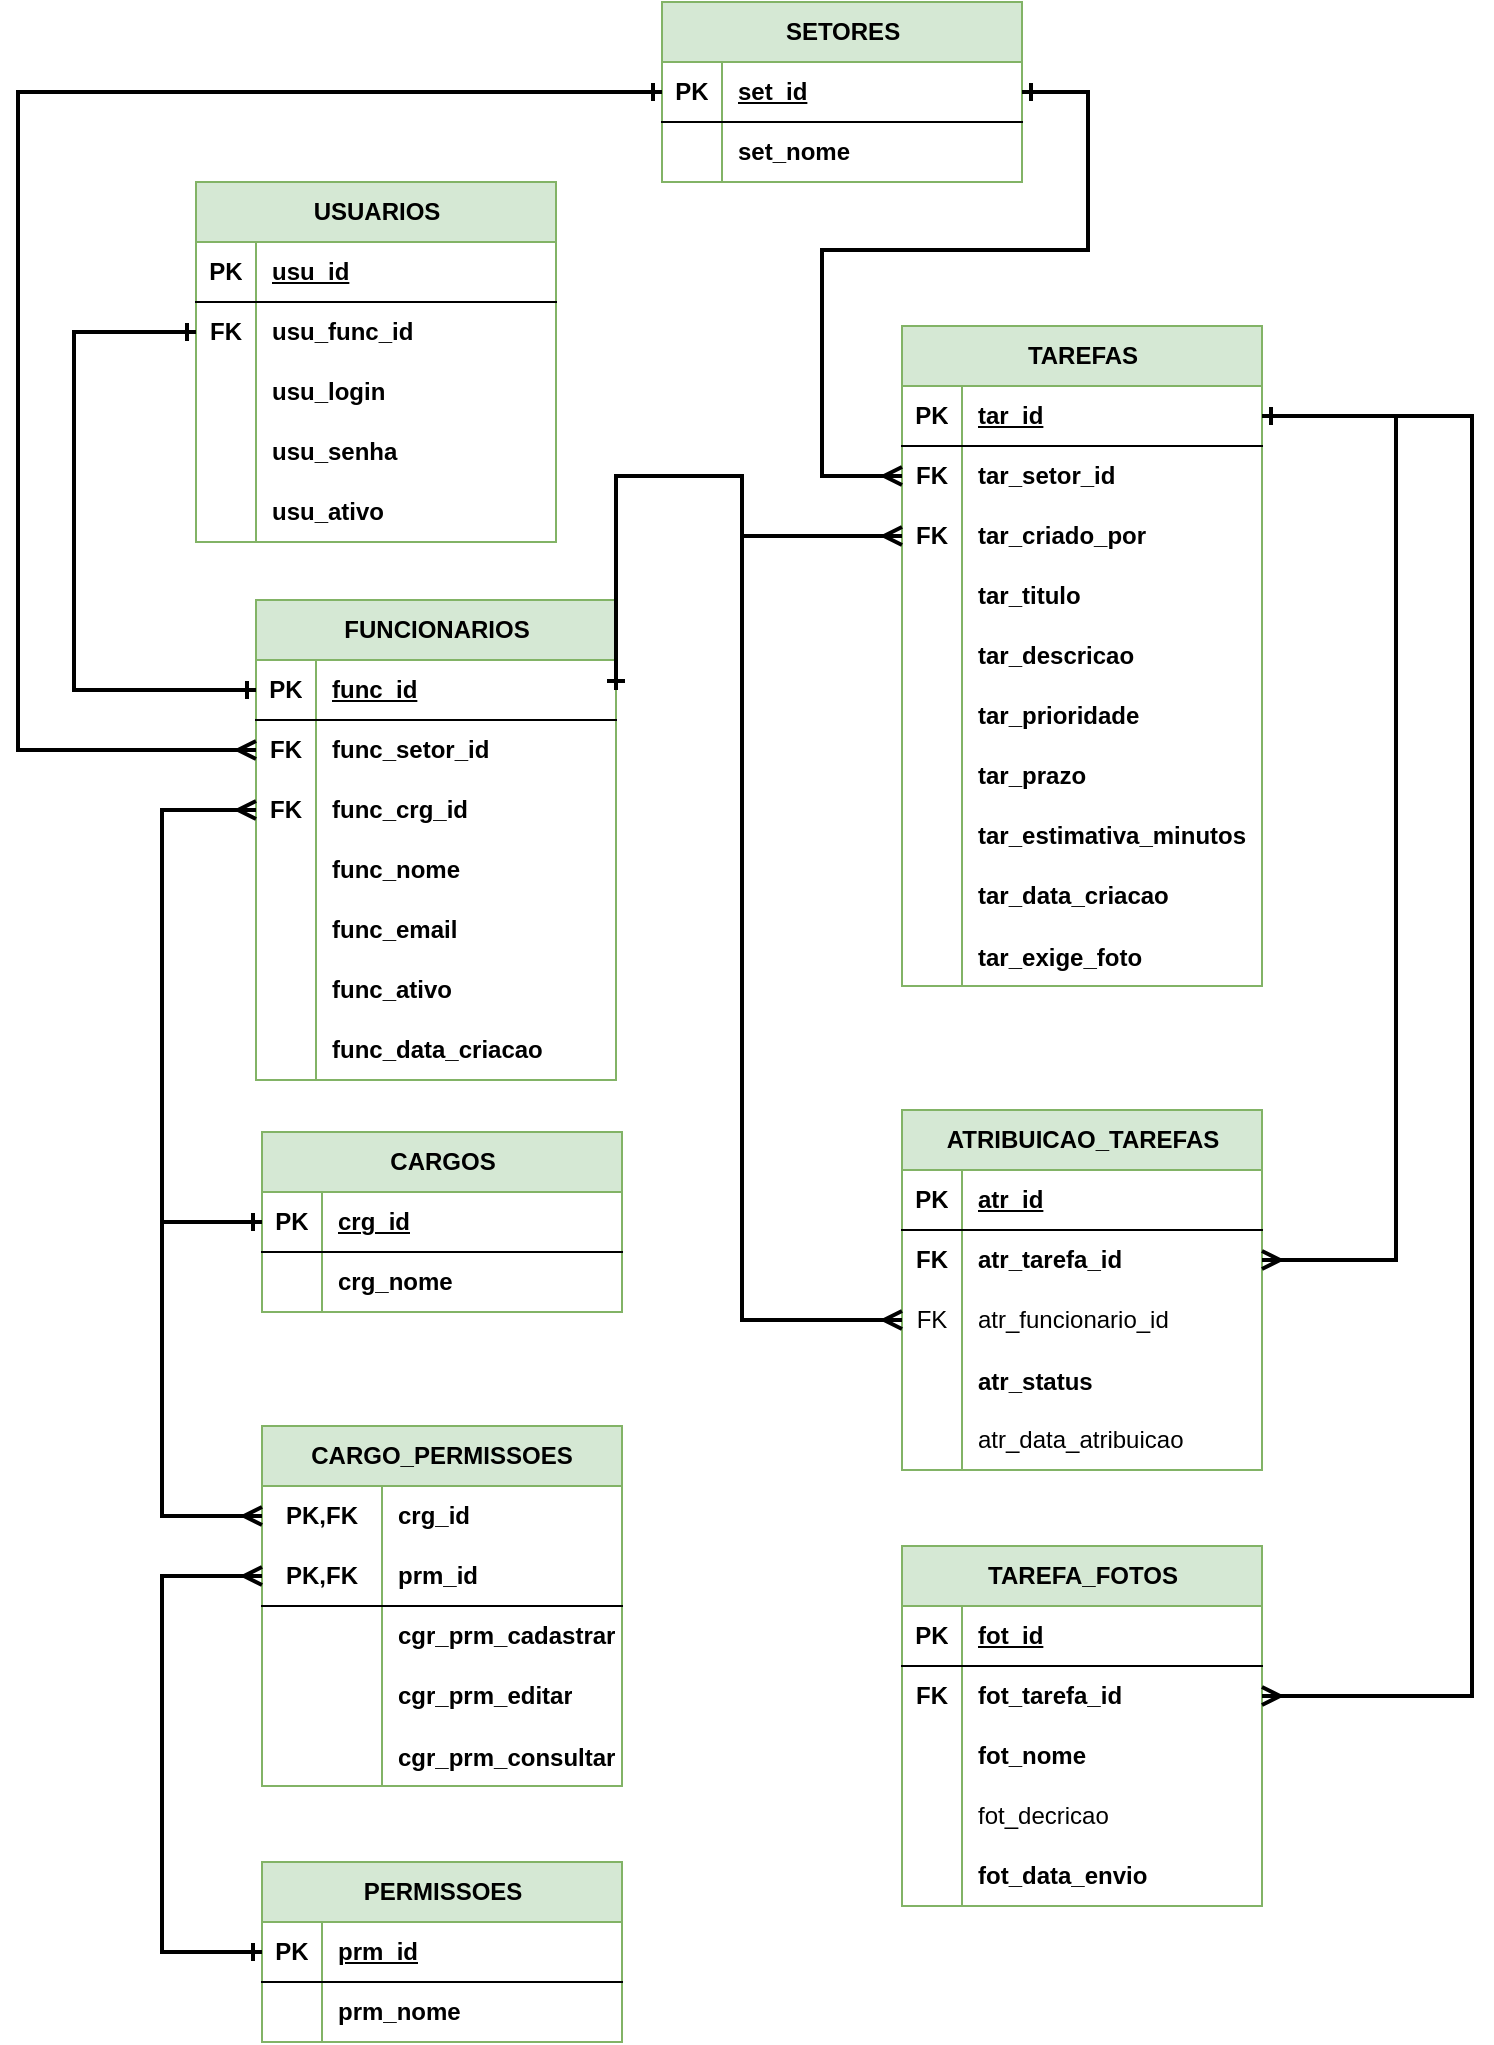
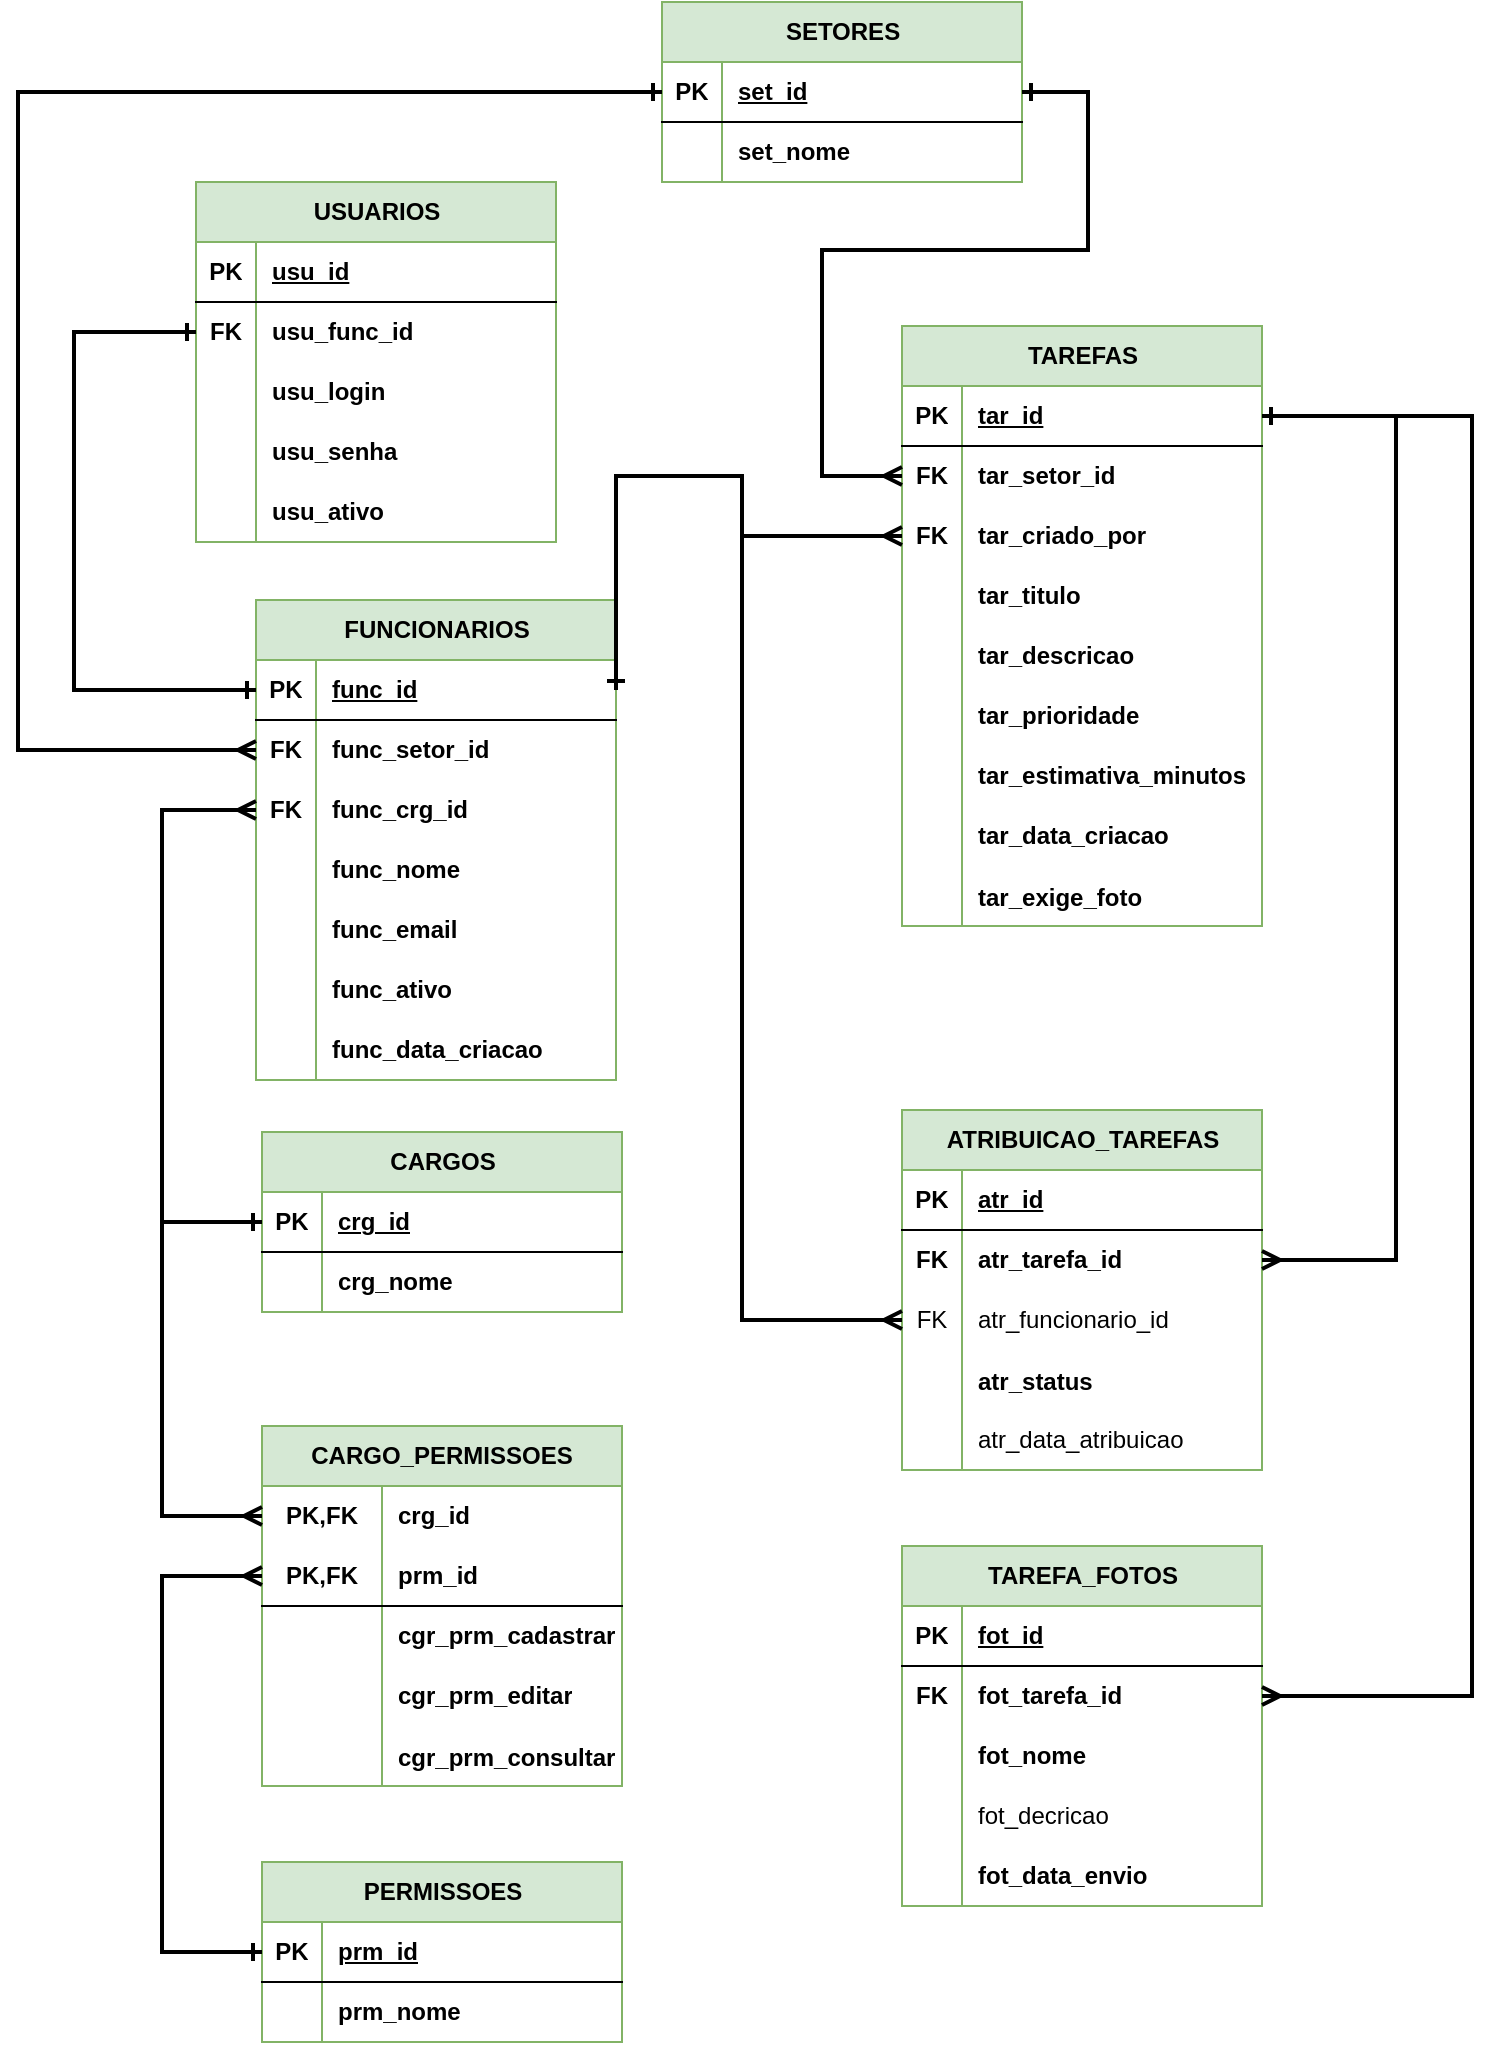
<mxfile host="app.diagrams.net" agent="Mozilla/5.0 (Windows NT 10.0; Win64; x64) AppleWebKit/537.36 (KHTML, like Gecko) Chrome/141.0.0.0 Safari/537.36">
  <diagram name="Page-1" id="tdLFEsNiTY2N0Qm3u20K">
-     <mxGraphModel dx="2020" dy="2161" grid="0" gridSize="10" guides="1" tooltips="1" connect="1" arrows="1" fold="1" page="1" pageScale="1" pageWidth="850" pageHeight="1100" math="0" shadow="0">
+     <mxGraphModel dx="1178" dy="1719" grid="0" gridSize="10" guides="1" tooltips="1" connect="1" arrows="1" fold="1" page="1" pageScale="1" pageWidth="850" pageHeight="1100" math="0" shadow="0">
      <root>
        <mxCell id="0" />
        <mxCell id="1" parent="0" />
        <mxCell id="zndUY75Ssu5RbvIsFqk3-79" parent="1" style="shape=table;startSize=30;container=1;collapsible=1;childLayout=tableLayout;fixedRows=1;rowLines=0;fontStyle=1;align=center;resizeLast=1;html=1;fillColor=#d5e8d4;strokeColor=#82b366;" value="FUNCIONARIOS" vertex="1">
          <mxGeometry height="240" width="180" x="132" y="-763" as="geometry" />
        </mxCell>
        <mxCell id="zndUY75Ssu5RbvIsFqk3-80" parent="zndUY75Ssu5RbvIsFqk3-79" style="shape=tableRow;horizontal=0;startSize=0;swimlaneHead=0;swimlaneBody=0;fillColor=none;collapsible=0;dropTarget=0;points=[[0,0.5],[1,0.5]];portConstraint=eastwest;top=0;left=0;right=0;bottom=1;" value="" vertex="1">
          <mxGeometry height="30" width="180" y="30" as="geometry" />
        </mxCell>
        <mxCell id="zndUY75Ssu5RbvIsFqk3-81" parent="zndUY75Ssu5RbvIsFqk3-80" style="shape=partialRectangle;connectable=0;fillColor=none;top=0;left=0;bottom=0;right=0;fontStyle=1;overflow=hidden;whiteSpace=wrap;html=1;" value="PK" vertex="1">
          <mxGeometry height="30" width="30" as="geometry">
            <mxRectangle height="30" width="30" as="alternateBounds" />
          </mxGeometry>
        </mxCell>
        <mxCell id="zndUY75Ssu5RbvIsFqk3-82" parent="zndUY75Ssu5RbvIsFqk3-80" style="shape=partialRectangle;connectable=0;fillColor=none;top=0;left=0;bottom=0;right=0;align=left;spacingLeft=6;fontStyle=5;overflow=hidden;whiteSpace=wrap;html=1;" value="func_id" vertex="1">
          <mxGeometry height="30" width="150" x="30" as="geometry">
            <mxRectangle height="30" width="150" as="alternateBounds" />
          </mxGeometry>
        </mxCell>
        <mxCell id="zndUY75Ssu5RbvIsFqk3-83" parent="zndUY75Ssu5RbvIsFqk3-79" style="shape=tableRow;horizontal=0;startSize=0;swimlaneHead=0;swimlaneBody=0;fillColor=none;collapsible=0;dropTarget=0;points=[[0,0.5],[1,0.5]];portConstraint=eastwest;top=0;left=0;right=0;bottom=0;" value="" vertex="1">
          <mxGeometry height="30" width="180" y="60" as="geometry" />
        </mxCell>
        <mxCell id="zndUY75Ssu5RbvIsFqk3-84" parent="zndUY75Ssu5RbvIsFqk3-83" style="shape=partialRectangle;connectable=0;fillColor=none;top=0;left=0;bottom=0;right=0;editable=1;overflow=hidden;whiteSpace=wrap;html=1;" value="&lt;b&gt;FK&lt;/b&gt;" vertex="1">
          <mxGeometry height="30" width="30" as="geometry">
            <mxRectangle height="30" width="30" as="alternateBounds" />
          </mxGeometry>
        </mxCell>
        <mxCell id="zndUY75Ssu5RbvIsFqk3-85" parent="zndUY75Ssu5RbvIsFqk3-83" style="shape=partialRectangle;connectable=0;fillColor=none;top=0;left=0;bottom=0;right=0;align=left;spacingLeft=6;overflow=hidden;whiteSpace=wrap;html=1;" value="&lt;b&gt;func_setor_id&lt;/b&gt;" vertex="1">
          <mxGeometry height="30" width="150" x="30" as="geometry">
            <mxRectangle height="30" width="150" as="alternateBounds" />
          </mxGeometry>
        </mxCell>
        <mxCell id="zndUY75Ssu5RbvIsFqk3-86" parent="zndUY75Ssu5RbvIsFqk3-79" style="shape=tableRow;horizontal=0;startSize=0;swimlaneHead=0;swimlaneBody=0;fillColor=none;collapsible=0;dropTarget=0;points=[[0,0.5],[1,0.5]];portConstraint=eastwest;top=0;left=0;right=0;bottom=0;" value="" vertex="1">
          <mxGeometry height="30" width="180" y="90" as="geometry" />
        </mxCell>
        <mxCell id="zndUY75Ssu5RbvIsFqk3-87" parent="zndUY75Ssu5RbvIsFqk3-86" style="shape=partialRectangle;connectable=0;fillColor=none;top=0;left=0;bottom=0;right=0;editable=1;overflow=hidden;whiteSpace=wrap;html=1;" value="&lt;b&gt;FK&lt;/b&gt;" vertex="1">
          <mxGeometry height="30" width="30" as="geometry">
            <mxRectangle height="30" width="30" as="alternateBounds" />
          </mxGeometry>
        </mxCell>
        <mxCell id="zndUY75Ssu5RbvIsFqk3-88" parent="zndUY75Ssu5RbvIsFqk3-86" style="shape=partialRectangle;connectable=0;fillColor=none;top=0;left=0;bottom=0;right=0;align=left;spacingLeft=6;overflow=hidden;whiteSpace=wrap;html=1;" value="&lt;b&gt;func_crg_id&lt;/b&gt;" vertex="1">
          <mxGeometry height="30" width="150" x="30" as="geometry">
            <mxRectangle height="30" width="150" as="alternateBounds" />
          </mxGeometry>
        </mxCell>
        <mxCell id="zndUY75Ssu5RbvIsFqk3-89" parent="zndUY75Ssu5RbvIsFqk3-79" style="shape=tableRow;horizontal=0;startSize=0;swimlaneHead=0;swimlaneBody=0;fillColor=none;collapsible=0;dropTarget=0;points=[[0,0.5],[1,0.5]];portConstraint=eastwest;top=0;left=0;right=0;bottom=0;" value="" vertex="1">
          <mxGeometry height="30" width="180" y="120" as="geometry" />
        </mxCell>
        <mxCell id="zndUY75Ssu5RbvIsFqk3-90" parent="zndUY75Ssu5RbvIsFqk3-89" style="shape=partialRectangle;connectable=0;fillColor=none;top=0;left=0;bottom=0;right=0;editable=1;overflow=hidden;whiteSpace=wrap;html=1;" value="" vertex="1">
          <mxGeometry height="30" width="30" as="geometry">
            <mxRectangle height="30" width="30" as="alternateBounds" />
          </mxGeometry>
        </mxCell>
        <mxCell id="zndUY75Ssu5RbvIsFqk3-91" parent="zndUY75Ssu5RbvIsFqk3-89" style="shape=partialRectangle;connectable=0;fillColor=none;top=0;left=0;bottom=0;right=0;align=left;spacingLeft=6;overflow=hidden;whiteSpace=wrap;html=1;" value="&lt;b&gt;func_nome&lt;/b&gt;" vertex="1">
          <mxGeometry height="30" width="150" x="30" as="geometry">
            <mxRectangle height="30" width="150" as="alternateBounds" />
          </mxGeometry>
        </mxCell>
        <mxCell id="zndUY75Ssu5RbvIsFqk3-101" parent="zndUY75Ssu5RbvIsFqk3-79" style="shape=tableRow;horizontal=0;startSize=0;swimlaneHead=0;swimlaneBody=0;fillColor=none;collapsible=0;dropTarget=0;points=[[0,0.5],[1,0.5]];portConstraint=eastwest;top=0;left=0;right=0;bottom=0;" vertex="1">
          <mxGeometry height="30" width="180" y="150" as="geometry" />
        </mxCell>
        <mxCell id="zndUY75Ssu5RbvIsFqk3-102" parent="zndUY75Ssu5RbvIsFqk3-101" style="shape=partialRectangle;connectable=0;fillColor=none;top=0;left=0;bottom=0;right=0;editable=1;overflow=hidden;whiteSpace=wrap;html=1;" vertex="1">
          <mxGeometry height="30" width="30" as="geometry">
            <mxRectangle height="30" width="30" as="alternateBounds" />
          </mxGeometry>
        </mxCell>
        <mxCell id="zndUY75Ssu5RbvIsFqk3-103" parent="zndUY75Ssu5RbvIsFqk3-101" style="shape=partialRectangle;connectable=0;fillColor=none;top=0;left=0;bottom=0;right=0;align=left;spacingLeft=6;overflow=hidden;whiteSpace=wrap;html=1;" value="&lt;b&gt;func_email&lt;/b&gt;" vertex="1">
          <mxGeometry height="30" width="150" x="30" as="geometry">
            <mxRectangle height="30" width="150" as="alternateBounds" />
          </mxGeometry>
        </mxCell>
        <mxCell id="zndUY75Ssu5RbvIsFqk3-110" parent="zndUY75Ssu5RbvIsFqk3-79" style="shape=tableRow;horizontal=0;startSize=0;swimlaneHead=0;swimlaneBody=0;fillColor=none;collapsible=0;dropTarget=0;points=[[0,0.5],[1,0.5]];portConstraint=eastwest;top=0;left=0;right=0;bottom=0;" vertex="1">
          <mxGeometry height="30" width="180" y="180" as="geometry" />
        </mxCell>
        <mxCell id="zndUY75Ssu5RbvIsFqk3-111" parent="zndUY75Ssu5RbvIsFqk3-110" style="shape=partialRectangle;connectable=0;fillColor=none;top=0;left=0;bottom=0;right=0;editable=1;overflow=hidden;whiteSpace=wrap;html=1;" vertex="1">
          <mxGeometry height="30" width="30" as="geometry">
            <mxRectangle height="30" width="30" as="alternateBounds" />
          </mxGeometry>
        </mxCell>
        <mxCell id="zndUY75Ssu5RbvIsFqk3-112" parent="zndUY75Ssu5RbvIsFqk3-110" style="shape=partialRectangle;connectable=0;fillColor=none;top=0;left=0;bottom=0;right=0;align=left;spacingLeft=6;overflow=hidden;whiteSpace=wrap;html=1;" value="&lt;b&gt;func_ativo&lt;/b&gt;" vertex="1">
          <mxGeometry height="30" width="150" x="30" as="geometry">
            <mxRectangle height="30" width="150" as="alternateBounds" />
          </mxGeometry>
        </mxCell>
        <mxCell id="zndUY75Ssu5RbvIsFqk3-113" parent="zndUY75Ssu5RbvIsFqk3-79" style="shape=tableRow;horizontal=0;startSize=0;swimlaneHead=0;swimlaneBody=0;fillColor=none;collapsible=0;dropTarget=0;points=[[0,0.5],[1,0.5]];portConstraint=eastwest;top=0;left=0;right=0;bottom=0;" vertex="1">
          <mxGeometry height="30" width="180" y="210" as="geometry" />
        </mxCell>
        <mxCell id="zndUY75Ssu5RbvIsFqk3-114" parent="zndUY75Ssu5RbvIsFqk3-113" style="shape=partialRectangle;connectable=0;fillColor=none;top=0;left=0;bottom=0;right=0;editable=1;overflow=hidden;whiteSpace=wrap;html=1;" vertex="1">
          <mxGeometry height="30" width="30" as="geometry">
            <mxRectangle height="30" width="30" as="alternateBounds" />
          </mxGeometry>
        </mxCell>
        <mxCell id="zndUY75Ssu5RbvIsFqk3-115" parent="zndUY75Ssu5RbvIsFqk3-113" style="shape=partialRectangle;connectable=0;fillColor=none;top=0;left=0;bottom=0;right=0;align=left;spacingLeft=6;overflow=hidden;whiteSpace=wrap;html=1;" value="&lt;b&gt;func_data_criacao&lt;/b&gt;" vertex="1">
          <mxGeometry height="30" width="150" x="30" as="geometry">
            <mxRectangle height="30" width="150" as="alternateBounds" />
          </mxGeometry>
        </mxCell>
        <mxCell id="zndUY75Ssu5RbvIsFqk3-116" parent="1" style="shape=table;startSize=30;container=1;collapsible=1;childLayout=tableLayout;fixedRows=1;rowLines=0;fontStyle=1;align=center;resizeLast=1;html=1;fillColor=#d5e8d4;strokeColor=#82b366;" value="CARGOS" vertex="1">
          <mxGeometry height="90" width="180" x="135" y="-497" as="geometry" />
        </mxCell>
        <mxCell id="zndUY75Ssu5RbvIsFqk3-117" parent="zndUY75Ssu5RbvIsFqk3-116" style="shape=tableRow;horizontal=0;startSize=0;swimlaneHead=0;swimlaneBody=0;fillColor=none;collapsible=0;dropTarget=0;points=[[0,0.5],[1,0.5]];portConstraint=eastwest;top=0;left=0;right=0;bottom=1;" value="" vertex="1">
          <mxGeometry height="30" width="180" y="30" as="geometry" />
        </mxCell>
        <mxCell id="zndUY75Ssu5RbvIsFqk3-118" parent="zndUY75Ssu5RbvIsFqk3-117" style="shape=partialRectangle;connectable=0;fillColor=none;top=0;left=0;bottom=0;right=0;fontStyle=1;overflow=hidden;whiteSpace=wrap;html=1;" value="PK" vertex="1">
          <mxGeometry height="30" width="30" as="geometry">
            <mxRectangle height="30" width="30" as="alternateBounds" />
          </mxGeometry>
        </mxCell>
        <mxCell id="zndUY75Ssu5RbvIsFqk3-119" parent="zndUY75Ssu5RbvIsFqk3-117" style="shape=partialRectangle;connectable=0;fillColor=none;top=0;left=0;bottom=0;right=0;align=left;spacingLeft=6;fontStyle=5;overflow=hidden;whiteSpace=wrap;html=1;" value="crg_id" vertex="1">
          <mxGeometry height="30" width="150" x="30" as="geometry">
            <mxRectangle height="30" width="150" as="alternateBounds" />
          </mxGeometry>
        </mxCell>
        <mxCell id="zndUY75Ssu5RbvIsFqk3-120" parent="zndUY75Ssu5RbvIsFqk3-116" style="shape=tableRow;horizontal=0;startSize=0;swimlaneHead=0;swimlaneBody=0;fillColor=none;collapsible=0;dropTarget=0;points=[[0,0.5],[1,0.5]];portConstraint=eastwest;top=0;left=0;right=0;bottom=0;" value="" vertex="1">
          <mxGeometry height="30" width="180" y="60" as="geometry" />
        </mxCell>
        <mxCell id="zndUY75Ssu5RbvIsFqk3-121" parent="zndUY75Ssu5RbvIsFqk3-120" style="shape=partialRectangle;connectable=0;fillColor=none;top=0;left=0;bottom=0;right=0;editable=1;overflow=hidden;whiteSpace=wrap;html=1;" value="" vertex="1">
          <mxGeometry height="30" width="30" as="geometry">
            <mxRectangle height="30" width="30" as="alternateBounds" />
          </mxGeometry>
        </mxCell>
        <mxCell id="zndUY75Ssu5RbvIsFqk3-122" parent="zndUY75Ssu5RbvIsFqk3-120" style="shape=partialRectangle;connectable=0;fillColor=none;top=0;left=0;bottom=0;right=0;align=left;spacingLeft=6;overflow=hidden;whiteSpace=wrap;html=1;" value="&lt;span style=&quot;font-weight: 700;&quot;&gt;crg_nome&lt;/span&gt;" vertex="1">
          <mxGeometry height="30" width="150" x="30" as="geometry">
            <mxRectangle height="30" width="150" as="alternateBounds" />
          </mxGeometry>
        </mxCell>
        <mxCell id="zndUY75Ssu5RbvIsFqk3-129" parent="1" style="shape=table;startSize=30;container=1;collapsible=1;childLayout=tableLayout;fixedRows=1;rowLines=0;fontStyle=1;align=center;resizeLast=1;html=1;fillColor=#d5e8d4;strokeColor=#82b366;" value="SETORES" vertex="1">
          <mxGeometry height="90" width="180" x="335" y="-1062" as="geometry" />
        </mxCell>
        <mxCell id="zndUY75Ssu5RbvIsFqk3-130" parent="zndUY75Ssu5RbvIsFqk3-129" style="shape=tableRow;horizontal=0;startSize=0;swimlaneHead=0;swimlaneBody=0;fillColor=none;collapsible=0;dropTarget=0;points=[[0,0.5],[1,0.5]];portConstraint=eastwest;top=0;left=0;right=0;bottom=1;" value="" vertex="1">
          <mxGeometry height="30" width="180" y="30" as="geometry" />
        </mxCell>
        <mxCell id="zndUY75Ssu5RbvIsFqk3-131" parent="zndUY75Ssu5RbvIsFqk3-130" style="shape=partialRectangle;connectable=0;fillColor=none;top=0;left=0;bottom=0;right=0;fontStyle=1;overflow=hidden;whiteSpace=wrap;html=1;" value="PK" vertex="1">
          <mxGeometry height="30" width="30" as="geometry">
            <mxRectangle height="30" width="30" as="alternateBounds" />
          </mxGeometry>
        </mxCell>
        <mxCell id="zndUY75Ssu5RbvIsFqk3-132" parent="zndUY75Ssu5RbvIsFqk3-130" style="shape=partialRectangle;connectable=0;fillColor=none;top=0;left=0;bottom=0;right=0;align=left;spacingLeft=6;fontStyle=5;overflow=hidden;whiteSpace=wrap;html=1;" value="set_id" vertex="1">
          <mxGeometry height="30" width="150" x="30" as="geometry">
            <mxRectangle height="30" width="150" as="alternateBounds" />
          </mxGeometry>
        </mxCell>
        <mxCell id="zndUY75Ssu5RbvIsFqk3-133" parent="zndUY75Ssu5RbvIsFqk3-129" style="shape=tableRow;horizontal=0;startSize=0;swimlaneHead=0;swimlaneBody=0;fillColor=none;collapsible=0;dropTarget=0;points=[[0,0.5],[1,0.5]];portConstraint=eastwest;top=0;left=0;right=0;bottom=0;" value="" vertex="1">
          <mxGeometry height="30" width="180" y="60" as="geometry" />
        </mxCell>
        <mxCell id="zndUY75Ssu5RbvIsFqk3-134" parent="zndUY75Ssu5RbvIsFqk3-133" style="shape=partialRectangle;connectable=0;fillColor=none;top=0;left=0;bottom=0;right=0;editable=1;overflow=hidden;whiteSpace=wrap;html=1;" value="" vertex="1">
          <mxGeometry height="30" width="30" as="geometry">
            <mxRectangle height="30" width="30" as="alternateBounds" />
          </mxGeometry>
        </mxCell>
        <mxCell id="zndUY75Ssu5RbvIsFqk3-135" parent="zndUY75Ssu5RbvIsFqk3-133" style="shape=partialRectangle;connectable=0;fillColor=none;top=0;left=0;bottom=0;right=0;align=left;spacingLeft=6;overflow=hidden;whiteSpace=wrap;html=1;" value="&lt;span style=&quot;font-weight: 700;&quot;&gt;set_nome&lt;/span&gt;" vertex="1">
          <mxGeometry height="30" width="150" x="30" as="geometry">
            <mxRectangle height="30" width="150" as="alternateBounds" />
          </mxGeometry>
        </mxCell>
        <mxCell id="zndUY75Ssu5RbvIsFqk3-142" parent="1" style="shape=table;startSize=30;container=1;collapsible=1;childLayout=tableLayout;fixedRows=1;rowLines=0;fontStyle=1;align=center;resizeLast=1;html=1;fillColor=#d5e8d4;strokeColor=#82b366;" value="TAREFAS" vertex="1">
-           <mxGeometry height="330" width="180" x="455" y="-900" as="geometry" />
+           <mxGeometry height="300" width="180" x="455" y="-900" as="geometry" />
        </mxCell>
        <mxCell id="zndUY75Ssu5RbvIsFqk3-143" parent="zndUY75Ssu5RbvIsFqk3-142" style="shape=tableRow;horizontal=0;startSize=0;swimlaneHead=0;swimlaneBody=0;fillColor=none;collapsible=0;dropTarget=0;points=[[0,0.5],[1,0.5]];portConstraint=eastwest;top=0;left=0;right=0;bottom=1;" value="" vertex="1">
          <mxGeometry height="30" width="180" y="30" as="geometry" />
        </mxCell>
        <mxCell id="zndUY75Ssu5RbvIsFqk3-144" parent="zndUY75Ssu5RbvIsFqk3-143" style="shape=partialRectangle;connectable=0;fillColor=none;top=0;left=0;bottom=0;right=0;fontStyle=1;overflow=hidden;whiteSpace=wrap;html=1;" value="PK" vertex="1">
          <mxGeometry height="30" width="30" as="geometry">
            <mxRectangle height="30" width="30" as="alternateBounds" />
          </mxGeometry>
        </mxCell>
        <mxCell id="zndUY75Ssu5RbvIsFqk3-145" parent="zndUY75Ssu5RbvIsFqk3-143" style="shape=partialRectangle;connectable=0;fillColor=none;top=0;left=0;bottom=0;right=0;align=left;spacingLeft=6;fontStyle=5;overflow=hidden;whiteSpace=wrap;html=1;" value="tar_id" vertex="1">
          <mxGeometry height="30" width="150" x="30" as="geometry">
            <mxRectangle height="30" width="150" as="alternateBounds" />
          </mxGeometry>
        </mxCell>
        <mxCell id="zndUY75Ssu5RbvIsFqk3-146" parent="zndUY75Ssu5RbvIsFqk3-142" style="shape=tableRow;horizontal=0;startSize=0;swimlaneHead=0;swimlaneBody=0;fillColor=none;collapsible=0;dropTarget=0;points=[[0,0.5],[1,0.5]];portConstraint=eastwest;top=0;left=0;right=0;bottom=0;" value="" vertex="1">
          <mxGeometry height="30" width="180" y="60" as="geometry" />
        </mxCell>
        <mxCell id="zndUY75Ssu5RbvIsFqk3-147" parent="zndUY75Ssu5RbvIsFqk3-146" style="shape=partialRectangle;connectable=0;fillColor=none;top=0;left=0;bottom=0;right=0;editable=1;overflow=hidden;whiteSpace=wrap;html=1;" value="&lt;b&gt;FK&lt;/b&gt;" vertex="1">
          <mxGeometry height="30" width="30" as="geometry">
            <mxRectangle height="30" width="30" as="alternateBounds" />
          </mxGeometry>
        </mxCell>
        <mxCell id="zndUY75Ssu5RbvIsFqk3-148" parent="zndUY75Ssu5RbvIsFqk3-146" style="shape=partialRectangle;connectable=0;fillColor=none;top=0;left=0;bottom=0;right=0;align=left;spacingLeft=6;overflow=hidden;whiteSpace=wrap;html=1;" value="&lt;b&gt;tar_setor_id&lt;/b&gt;" vertex="1">
          <mxGeometry height="30" width="150" x="30" as="geometry">
            <mxRectangle height="30" width="150" as="alternateBounds" />
          </mxGeometry>
        </mxCell>
        <mxCell id="zndUY75Ssu5RbvIsFqk3-149" parent="zndUY75Ssu5RbvIsFqk3-142" style="shape=tableRow;horizontal=0;startSize=0;swimlaneHead=0;swimlaneBody=0;fillColor=none;collapsible=0;dropTarget=0;points=[[0,0.5],[1,0.5]];portConstraint=eastwest;top=0;left=0;right=0;bottom=0;" value="" vertex="1">
          <mxGeometry height="30" width="180" y="90" as="geometry" />
        </mxCell>
        <mxCell id="zndUY75Ssu5RbvIsFqk3-150" parent="zndUY75Ssu5RbvIsFqk3-149" style="shape=partialRectangle;connectable=0;fillColor=none;top=0;left=0;bottom=0;right=0;editable=1;overflow=hidden;whiteSpace=wrap;html=1;" value="&lt;b&gt;FK&lt;/b&gt;" vertex="1">
          <mxGeometry height="30" width="30" as="geometry">
            <mxRectangle height="30" width="30" as="alternateBounds" />
          </mxGeometry>
        </mxCell>
        <mxCell id="zndUY75Ssu5RbvIsFqk3-151" parent="zndUY75Ssu5RbvIsFqk3-149" style="shape=partialRectangle;connectable=0;fillColor=none;top=0;left=0;bottom=0;right=0;align=left;spacingLeft=6;overflow=hidden;whiteSpace=wrap;html=1;" value="&lt;b&gt;tar_criado_por&lt;/b&gt;" vertex="1">
          <mxGeometry height="30" width="150" x="30" as="geometry">
            <mxRectangle height="30" width="150" as="alternateBounds" />
          </mxGeometry>
        </mxCell>
        <mxCell id="zndUY75Ssu5RbvIsFqk3-152" parent="zndUY75Ssu5RbvIsFqk3-142" style="shape=tableRow;horizontal=0;startSize=0;swimlaneHead=0;swimlaneBody=0;fillColor=none;collapsible=0;dropTarget=0;points=[[0,0.5],[1,0.5]];portConstraint=eastwest;top=0;left=0;right=0;bottom=0;" value="" vertex="1">
          <mxGeometry height="30" width="180" y="120" as="geometry" />
        </mxCell>
        <mxCell id="zndUY75Ssu5RbvIsFqk3-153" parent="zndUY75Ssu5RbvIsFqk3-152" style="shape=partialRectangle;connectable=0;fillColor=none;top=0;left=0;bottom=0;right=0;editable=1;overflow=hidden;whiteSpace=wrap;html=1;" value="" vertex="1">
          <mxGeometry height="30" width="30" as="geometry">
            <mxRectangle height="30" width="30" as="alternateBounds" />
          </mxGeometry>
        </mxCell>
        <mxCell id="zndUY75Ssu5RbvIsFqk3-154" parent="zndUY75Ssu5RbvIsFqk3-152" style="shape=partialRectangle;connectable=0;fillColor=none;top=0;left=0;bottom=0;right=0;align=left;spacingLeft=6;overflow=hidden;whiteSpace=wrap;html=1;" value="&lt;b&gt;tar_titulo&lt;/b&gt;" vertex="1">
          <mxGeometry height="30" width="150" x="30" as="geometry">
            <mxRectangle height="30" width="150" as="alternateBounds" />
          </mxGeometry>
        </mxCell>
        <mxCell id="zndUY75Ssu5RbvIsFqk3-155" parent="zndUY75Ssu5RbvIsFqk3-142" style="shape=tableRow;horizontal=0;startSize=0;swimlaneHead=0;swimlaneBody=0;fillColor=none;collapsible=0;dropTarget=0;points=[[0,0.5],[1,0.5]];portConstraint=eastwest;top=0;left=0;right=0;bottom=0;" vertex="1">
          <mxGeometry height="30" width="180" y="150" as="geometry" />
        </mxCell>
        <mxCell id="zndUY75Ssu5RbvIsFqk3-156" parent="zndUY75Ssu5RbvIsFqk3-155" style="shape=partialRectangle;connectable=0;fillColor=none;top=0;left=0;bottom=0;right=0;editable=1;overflow=hidden;whiteSpace=wrap;html=1;" vertex="1">
          <mxGeometry height="30" width="30" as="geometry">
            <mxRectangle height="30" width="30" as="alternateBounds" />
          </mxGeometry>
        </mxCell>
        <mxCell id="zndUY75Ssu5RbvIsFqk3-157" parent="zndUY75Ssu5RbvIsFqk3-155" style="shape=partialRectangle;connectable=0;fillColor=none;top=0;left=0;bottom=0;right=0;align=left;spacingLeft=6;overflow=hidden;whiteSpace=wrap;html=1;" value="&lt;b&gt;tar_descricao&lt;/b&gt;" vertex="1">
          <mxGeometry height="30" width="150" x="30" as="geometry">
            <mxRectangle height="30" width="150" as="alternateBounds" />
          </mxGeometry>
        </mxCell>
        <mxCell id="zndUY75Ssu5RbvIsFqk3-158" parent="zndUY75Ssu5RbvIsFqk3-142" style="shape=tableRow;horizontal=0;startSize=0;swimlaneHead=0;swimlaneBody=0;fillColor=none;collapsible=0;dropTarget=0;points=[[0,0.5],[1,0.5]];portConstraint=eastwest;top=0;left=0;right=0;bottom=0;" vertex="1">
          <mxGeometry height="30" width="180" y="180" as="geometry" />
        </mxCell>
        <mxCell id="zndUY75Ssu5RbvIsFqk3-159" parent="zndUY75Ssu5RbvIsFqk3-158" style="shape=partialRectangle;connectable=0;fillColor=none;top=0;left=0;bottom=0;right=0;editable=1;overflow=hidden;whiteSpace=wrap;html=1;" vertex="1">
          <mxGeometry height="30" width="30" as="geometry">
            <mxRectangle height="30" width="30" as="alternateBounds" />
          </mxGeometry>
        </mxCell>
        <mxCell id="zndUY75Ssu5RbvIsFqk3-160" parent="zndUY75Ssu5RbvIsFqk3-158" style="shape=partialRectangle;connectable=0;fillColor=none;top=0;left=0;bottom=0;right=0;align=left;spacingLeft=6;overflow=hidden;whiteSpace=wrap;html=1;" value="&lt;b&gt;tar_prioridade&lt;/b&gt;" vertex="1">
          <mxGeometry height="30" width="150" x="30" as="geometry">
            <mxRectangle height="30" width="150" as="alternateBounds" />
          </mxGeometry>
        </mxCell>
-         <mxCell id="zndUY75Ssu5RbvIsFqk3-161" parent="zndUY75Ssu5RbvIsFqk3-142" style="shape=tableRow;horizontal=0;startSize=0;swimlaneHead=0;swimlaneBody=0;fillColor=none;collapsible=0;dropTarget=0;points=[[0,0.5],[1,0.5]];portConstraint=eastwest;top=0;left=0;right=0;bottom=0;" vertex="1">
+         <mxCell id="zndUY75Ssu5RbvIsFqk3-167" parent="zndUY75Ssu5RbvIsFqk3-142" style="shape=tableRow;horizontal=0;startSize=0;swimlaneHead=0;swimlaneBody=0;fillColor=none;collapsible=0;dropTarget=0;points=[[0,0.5],[1,0.5]];portConstraint=eastwest;top=0;left=0;right=0;bottom=0;" vertex="1">
          <mxGeometry height="30" width="180" y="210" as="geometry" />
        </mxCell>
-         <mxCell id="zndUY75Ssu5RbvIsFqk3-162" parent="zndUY75Ssu5RbvIsFqk3-161" style="shape=partialRectangle;connectable=0;fillColor=none;top=0;left=0;bottom=0;right=0;editable=1;overflow=hidden;whiteSpace=wrap;html=1;" vertex="1">
-           <mxGeometry height="30" width="30" as="geometry">
-             <mxRectangle height="30" width="30" as="alternateBounds" />
-           </mxGeometry>
-         </mxCell>
-         <mxCell id="zndUY75Ssu5RbvIsFqk3-163" parent="zndUY75Ssu5RbvIsFqk3-161" style="shape=partialRectangle;connectable=0;fillColor=none;top=0;left=0;bottom=0;right=0;align=left;spacingLeft=6;overflow=hidden;whiteSpace=wrap;html=1;" value="&lt;b&gt;tar_prazo&lt;/b&gt;" vertex="1">
-           <mxGeometry height="30" width="150" x="30" as="geometry">
-             <mxRectangle height="30" width="150" as="alternateBounds" />
-           </mxGeometry>
-         </mxCell>
-         <mxCell id="zndUY75Ssu5RbvIsFqk3-167" parent="zndUY75Ssu5RbvIsFqk3-142" style="shape=tableRow;horizontal=0;startSize=0;swimlaneHead=0;swimlaneBody=0;fillColor=none;collapsible=0;dropTarget=0;points=[[0,0.5],[1,0.5]];portConstraint=eastwest;top=0;left=0;right=0;bottom=0;" vertex="1">
+         <mxCell id="zndUY75Ssu5RbvIsFqk3-168" parent="zndUY75Ssu5RbvIsFqk3-167" style="shape=partialRectangle;connectable=0;fillColor=none;top=0;left=0;bottom=0;right=0;editable=1;overflow=hidden;whiteSpace=wrap;html=1;" vertex="1">
+           <mxGeometry height="30" width="30" as="geometry">
+             <mxRectangle height="30" width="30" as="alternateBounds" />
+           </mxGeometry>
+         </mxCell>
+         <mxCell id="zndUY75Ssu5RbvIsFqk3-169" parent="zndUY75Ssu5RbvIsFqk3-167" style="shape=partialRectangle;connectable=0;fillColor=none;top=0;left=0;bottom=0;right=0;align=left;spacingLeft=6;overflow=hidden;whiteSpace=wrap;html=1;" value="&lt;b&gt;tar_estimativa_minutos&lt;/b&gt;" vertex="1">
+           <mxGeometry height="30" width="150" x="30" as="geometry">
+             <mxRectangle height="30" width="150" as="alternateBounds" />
+           </mxGeometry>
+         </mxCell>
+         <mxCell id="zndUY75Ssu5RbvIsFqk3-170" parent="zndUY75Ssu5RbvIsFqk3-142" style="shape=tableRow;horizontal=0;startSize=0;swimlaneHead=0;swimlaneBody=0;fillColor=none;collapsible=0;dropTarget=0;points=[[0,0.5],[1,0.5]];portConstraint=eastwest;top=0;left=0;right=0;bottom=0;" vertex="1">
          <mxGeometry height="30" width="180" y="240" as="geometry" />
        </mxCell>
-         <mxCell id="zndUY75Ssu5RbvIsFqk3-168" parent="zndUY75Ssu5RbvIsFqk3-167" style="shape=partialRectangle;connectable=0;fillColor=none;top=0;left=0;bottom=0;right=0;editable=1;overflow=hidden;whiteSpace=wrap;html=1;" vertex="1">
-           <mxGeometry height="30" width="30" as="geometry">
-             <mxRectangle height="30" width="30" as="alternateBounds" />
-           </mxGeometry>
-         </mxCell>
-         <mxCell id="zndUY75Ssu5RbvIsFqk3-169" parent="zndUY75Ssu5RbvIsFqk3-167" style="shape=partialRectangle;connectable=0;fillColor=none;top=0;left=0;bottom=0;right=0;align=left;spacingLeft=6;overflow=hidden;whiteSpace=wrap;html=1;" value="&lt;b&gt;tar_estimativa_minutos&lt;/b&gt;" vertex="1">
-           <mxGeometry height="30" width="150" x="30" as="geometry">
-             <mxRectangle height="30" width="150" as="alternateBounds" />
-           </mxGeometry>
-         </mxCell>
-         <mxCell id="zndUY75Ssu5RbvIsFqk3-170" parent="zndUY75Ssu5RbvIsFqk3-142" style="shape=tableRow;horizontal=0;startSize=0;swimlaneHead=0;swimlaneBody=0;fillColor=none;collapsible=0;dropTarget=0;points=[[0,0.5],[1,0.5]];portConstraint=eastwest;top=0;left=0;right=0;bottom=0;" vertex="1">
+         <mxCell id="zndUY75Ssu5RbvIsFqk3-171" parent="zndUY75Ssu5RbvIsFqk3-170" style="shape=partialRectangle;connectable=0;fillColor=none;top=0;left=0;bottom=0;right=0;editable=1;overflow=hidden;whiteSpace=wrap;html=1;" vertex="1">
+           <mxGeometry height="30" width="30" as="geometry">
+             <mxRectangle height="30" width="30" as="alternateBounds" />
+           </mxGeometry>
+         </mxCell>
+         <mxCell id="zndUY75Ssu5RbvIsFqk3-172" parent="zndUY75Ssu5RbvIsFqk3-170" style="shape=partialRectangle;connectable=0;fillColor=none;top=0;left=0;bottom=0;right=0;align=left;spacingLeft=6;overflow=hidden;whiteSpace=wrap;html=1;" value="&lt;b&gt;tar_data_criacao&lt;/b&gt;" vertex="1">
+           <mxGeometry height="30" width="150" x="30" as="geometry">
+             <mxRectangle height="30" width="150" as="alternateBounds" />
+           </mxGeometry>
+         </mxCell>
+         <mxCell id="UdN1vUUqeqcKqOA7NCHN-35" parent="zndUY75Ssu5RbvIsFqk3-142" style="shape=tableRow;horizontal=0;startSize=0;swimlaneHead=0;swimlaneBody=0;fillColor=none;collapsible=0;dropTarget=0;points=[[0,0.5],[1,0.5]];portConstraint=eastwest;top=0;left=0;right=0;bottom=0;" value="" vertex="1">
          <mxGeometry height="30" width="180" y="270" as="geometry" />
-         </mxCell>
-         <mxCell id="zndUY75Ssu5RbvIsFqk3-171" parent="zndUY75Ssu5RbvIsFqk3-170" style="shape=partialRectangle;connectable=0;fillColor=none;top=0;left=0;bottom=0;right=0;editable=1;overflow=hidden;whiteSpace=wrap;html=1;" vertex="1">
-           <mxGeometry height="30" width="30" as="geometry">
-             <mxRectangle height="30" width="30" as="alternateBounds" />
-           </mxGeometry>
-         </mxCell>
-         <mxCell id="zndUY75Ssu5RbvIsFqk3-172" parent="zndUY75Ssu5RbvIsFqk3-170" style="shape=partialRectangle;connectable=0;fillColor=none;top=0;left=0;bottom=0;right=0;align=left;spacingLeft=6;overflow=hidden;whiteSpace=wrap;html=1;" value="&lt;b&gt;tar_data_criacao&lt;/b&gt;" vertex="1">
-           <mxGeometry height="30" width="150" x="30" as="geometry">
-             <mxRectangle height="30" width="150" as="alternateBounds" />
-           </mxGeometry>
-         </mxCell>
-         <mxCell id="UdN1vUUqeqcKqOA7NCHN-35" parent="zndUY75Ssu5RbvIsFqk3-142" style="shape=tableRow;horizontal=0;startSize=0;swimlaneHead=0;swimlaneBody=0;fillColor=none;collapsible=0;dropTarget=0;points=[[0,0.5],[1,0.5]];portConstraint=eastwest;top=0;left=0;right=0;bottom=0;" value="" vertex="1">
-           <mxGeometry height="30" width="180" y="300" as="geometry" />
        </mxCell>
        <mxCell id="UdN1vUUqeqcKqOA7NCHN-36" parent="UdN1vUUqeqcKqOA7NCHN-35" style="shape=partialRectangle;connectable=0;fillColor=none;top=0;left=0;bottom=0;right=0;editable=1;overflow=hidden;" value="" vertex="1">
          <mxGeometry height="30" width="30" as="geometry">
            <mxRectangle height="30" width="30" as="alternateBounds" />
          </mxGeometry>
        </mxCell>
        <mxCell id="UdN1vUUqeqcKqOA7NCHN-37" parent="UdN1vUUqeqcKqOA7NCHN-35" style="shape=partialRectangle;connectable=0;fillColor=none;top=0;left=0;bottom=0;right=0;align=left;spacingLeft=6;overflow=hidden;fontStyle=1" value="tar_exige_foto" vertex="1">
          <mxGeometry height="30" width="150" x="30" as="geometry">
            <mxRectangle height="30" width="150" as="alternateBounds" />
          </mxGeometry>
        </mxCell>
        <mxCell id="zndUY75Ssu5RbvIsFqk3-173" parent="1" style="shape=table;startSize=30;container=1;collapsible=1;childLayout=tableLayout;fixedRows=1;rowLines=0;fontStyle=1;align=center;resizeLast=1;html=1;fillColor=#d5e8d4;strokeColor=#82b366;" value="ATRIBUICAO_TAREFAS" vertex="1">
          <mxGeometry height="180" width="180" x="455" y="-508" as="geometry" />
        </mxCell>
        <mxCell id="zndUY75Ssu5RbvIsFqk3-174" parent="zndUY75Ssu5RbvIsFqk3-173" style="shape=tableRow;horizontal=0;startSize=0;swimlaneHead=0;swimlaneBody=0;fillColor=none;collapsible=0;dropTarget=0;points=[[0,0.5],[1,0.5]];portConstraint=eastwest;top=0;left=0;right=0;bottom=1;" value="" vertex="1">
          <mxGeometry height="30" width="180" y="30" as="geometry" />
        </mxCell>
        <mxCell id="zndUY75Ssu5RbvIsFqk3-175" parent="zndUY75Ssu5RbvIsFqk3-174" style="shape=partialRectangle;connectable=0;fillColor=none;top=0;left=0;bottom=0;right=0;fontStyle=1;overflow=hidden;whiteSpace=wrap;html=1;" value="PK" vertex="1">
          <mxGeometry height="30" width="30" as="geometry">
            <mxRectangle height="30" width="30" as="alternateBounds" />
          </mxGeometry>
        </mxCell>
        <mxCell id="zndUY75Ssu5RbvIsFqk3-176" parent="zndUY75Ssu5RbvIsFqk3-174" style="shape=partialRectangle;connectable=0;fillColor=none;top=0;left=0;bottom=0;right=0;align=left;spacingLeft=6;fontStyle=5;overflow=hidden;whiteSpace=wrap;html=1;" value="atr_id" vertex="1">
          <mxGeometry height="30" width="150" x="30" as="geometry">
            <mxRectangle height="30" width="150" as="alternateBounds" />
          </mxGeometry>
        </mxCell>
        <mxCell id="zndUY75Ssu5RbvIsFqk3-177" parent="zndUY75Ssu5RbvIsFqk3-173" style="shape=tableRow;horizontal=0;startSize=0;swimlaneHead=0;swimlaneBody=0;fillColor=none;collapsible=0;dropTarget=0;points=[[0,0.5],[1,0.5]];portConstraint=eastwest;top=0;left=0;right=0;bottom=0;" value="" vertex="1">
          <mxGeometry height="30" width="180" y="60" as="geometry" />
        </mxCell>
        <mxCell id="zndUY75Ssu5RbvIsFqk3-178" parent="zndUY75Ssu5RbvIsFqk3-177" style="shape=partialRectangle;connectable=0;fillColor=none;top=0;left=0;bottom=0;right=0;editable=1;overflow=hidden;whiteSpace=wrap;html=1;" value="&lt;b&gt;FK&lt;/b&gt;" vertex="1">
          <mxGeometry height="30" width="30" as="geometry">
            <mxRectangle height="30" width="30" as="alternateBounds" />
          </mxGeometry>
        </mxCell>
        <mxCell id="zndUY75Ssu5RbvIsFqk3-179" parent="zndUY75Ssu5RbvIsFqk3-177" style="shape=partialRectangle;connectable=0;fillColor=none;top=0;left=0;bottom=0;right=0;align=left;spacingLeft=6;overflow=hidden;whiteSpace=wrap;html=1;" value="&lt;b&gt;atr_tarefa_id&lt;/b&gt;" vertex="1">
          <mxGeometry height="30" width="150" x="30" as="geometry">
            <mxRectangle height="30" width="150" as="alternateBounds" />
          </mxGeometry>
        </mxCell>
        <mxCell id="zndUY75Ssu5RbvIsFqk3-180" parent="zndUY75Ssu5RbvIsFqk3-173" style="shape=tableRow;horizontal=0;startSize=0;swimlaneHead=0;swimlaneBody=0;fillColor=none;collapsible=0;dropTarget=0;points=[[0,0.5],[1,0.5]];portConstraint=eastwest;top=0;left=0;right=0;bottom=0;" value="" vertex="1">
          <mxGeometry height="30" width="180" y="90" as="geometry" />
        </mxCell>
        <mxCell id="zndUY75Ssu5RbvIsFqk3-181" parent="zndUY75Ssu5RbvIsFqk3-180" style="shape=partialRectangle;connectable=0;fillColor=none;top=0;left=0;bottom=0;right=0;editable=1;overflow=hidden;whiteSpace=wrap;html=1;" value="FK" vertex="1">
          <mxGeometry height="30" width="30" as="geometry">
            <mxRectangle height="30" width="30" as="alternateBounds" />
          </mxGeometry>
        </mxCell>
        <mxCell id="zndUY75Ssu5RbvIsFqk3-182" parent="zndUY75Ssu5RbvIsFqk3-180" style="shape=partialRectangle;connectable=0;fillColor=none;top=0;left=0;bottom=0;right=0;align=left;spacingLeft=6;overflow=hidden;whiteSpace=wrap;html=1;" value="atr_funcionario_id" vertex="1">
          <mxGeometry height="30" width="150" x="30" as="geometry">
            <mxRectangle height="30" width="150" as="alternateBounds" />
          </mxGeometry>
        </mxCell>
        <mxCell id="7ouYSg8xm-ljg2GhLOAk-1" parent="zndUY75Ssu5RbvIsFqk3-173" style="shape=tableRow;horizontal=0;startSize=0;swimlaneHead=0;swimlaneBody=0;fillColor=none;collapsible=0;dropTarget=0;points=[[0,0.5],[1,0.5]];portConstraint=eastwest;top=0;left=0;right=0;bottom=0;" value="" vertex="1">
          <mxGeometry height="30" width="180" y="120" as="geometry" />
        </mxCell>
        <mxCell id="7ouYSg8xm-ljg2GhLOAk-2" parent="7ouYSg8xm-ljg2GhLOAk-1" style="shape=partialRectangle;connectable=0;fillColor=none;top=0;left=0;bottom=0;right=0;editable=1;overflow=hidden;" value="" vertex="1">
          <mxGeometry height="30" width="30" as="geometry">
            <mxRectangle height="30" width="30" as="alternateBounds" />
          </mxGeometry>
        </mxCell>
        <mxCell id="7ouYSg8xm-ljg2GhLOAk-3" parent="7ouYSg8xm-ljg2GhLOAk-1" style="shape=partialRectangle;connectable=0;fillColor=none;top=0;left=0;bottom=0;right=0;align=left;spacingLeft=6;overflow=hidden;fontStyle=1" value="atr_status" vertex="1">
          <mxGeometry height="30" width="150" x="30" as="geometry">
            <mxRectangle height="30" width="150" as="alternateBounds" />
          </mxGeometry>
        </mxCell>
        <mxCell id="zndUY75Ssu5RbvIsFqk3-186" parent="zndUY75Ssu5RbvIsFqk3-173" style="shape=tableRow;horizontal=0;startSize=0;swimlaneHead=0;swimlaneBody=0;fillColor=none;collapsible=0;dropTarget=0;points=[[0,0.5],[1,0.5]];portConstraint=eastwest;top=0;left=0;right=0;bottom=0;" vertex="1">
          <mxGeometry height="30" width="180" y="150" as="geometry" />
        </mxCell>
        <mxCell id="zndUY75Ssu5RbvIsFqk3-187" parent="zndUY75Ssu5RbvIsFqk3-186" style="shape=partialRectangle;connectable=0;fillColor=none;top=0;left=0;bottom=0;right=0;editable=1;overflow=hidden;whiteSpace=wrap;html=1;" vertex="1">
          <mxGeometry height="30" width="30" as="geometry">
            <mxRectangle height="30" width="30" as="alternateBounds" />
          </mxGeometry>
        </mxCell>
        <mxCell id="zndUY75Ssu5RbvIsFqk3-188" parent="zndUY75Ssu5RbvIsFqk3-186" style="shape=partialRectangle;connectable=0;fillColor=none;top=0;left=0;bottom=0;right=0;align=left;spacingLeft=6;overflow=hidden;whiteSpace=wrap;html=1;" value="atr_data_atribuicao" vertex="1">
          <mxGeometry height="30" width="150" x="30" as="geometry">
            <mxRectangle height="30" width="150" as="alternateBounds" />
          </mxGeometry>
        </mxCell>
        <mxCell id="zndUY75Ssu5RbvIsFqk3-208" parent="1" style="shape=table;startSize=30;container=1;collapsible=1;childLayout=tableLayout;fixedRows=1;rowLines=0;fontStyle=1;align=center;resizeLast=1;html=1;fillColor=#d5e8d4;strokeColor=#82b366;" value="TAREFA_FOTOS" vertex="1">
          <mxGeometry height="180" width="180" x="455" y="-290" as="geometry" />
        </mxCell>
        <mxCell id="zndUY75Ssu5RbvIsFqk3-209" parent="zndUY75Ssu5RbvIsFqk3-208" style="shape=tableRow;horizontal=0;startSize=0;swimlaneHead=0;swimlaneBody=0;fillColor=none;collapsible=0;dropTarget=0;points=[[0,0.5],[1,0.5]];portConstraint=eastwest;top=0;left=0;right=0;bottom=1;" value="" vertex="1">
          <mxGeometry height="30" width="180" y="30" as="geometry" />
        </mxCell>
        <mxCell id="zndUY75Ssu5RbvIsFqk3-210" parent="zndUY75Ssu5RbvIsFqk3-209" style="shape=partialRectangle;connectable=0;fillColor=none;top=0;left=0;bottom=0;right=0;fontStyle=1;overflow=hidden;whiteSpace=wrap;html=1;" value="PK" vertex="1">
          <mxGeometry height="30" width="30" as="geometry">
            <mxRectangle height="30" width="30" as="alternateBounds" />
          </mxGeometry>
        </mxCell>
        <mxCell id="zndUY75Ssu5RbvIsFqk3-211" parent="zndUY75Ssu5RbvIsFqk3-209" style="shape=partialRectangle;connectable=0;fillColor=none;top=0;left=0;bottom=0;right=0;align=left;spacingLeft=6;fontStyle=5;overflow=hidden;whiteSpace=wrap;html=1;" value="fot_id" vertex="1">
          <mxGeometry height="30" width="150" x="30" as="geometry">
            <mxRectangle height="30" width="150" as="alternateBounds" />
          </mxGeometry>
        </mxCell>
        <mxCell id="zndUY75Ssu5RbvIsFqk3-212" parent="zndUY75Ssu5RbvIsFqk3-208" style="shape=tableRow;horizontal=0;startSize=0;swimlaneHead=0;swimlaneBody=0;fillColor=none;collapsible=0;dropTarget=0;points=[[0,0.5],[1,0.5]];portConstraint=eastwest;top=0;left=0;right=0;bottom=0;" value="" vertex="1">
          <mxGeometry height="30" width="180" y="60" as="geometry" />
        </mxCell>
        <mxCell id="zndUY75Ssu5RbvIsFqk3-213" parent="zndUY75Ssu5RbvIsFqk3-212" style="shape=partialRectangle;connectable=0;fillColor=none;top=0;left=0;bottom=0;right=0;editable=1;overflow=hidden;whiteSpace=wrap;html=1;" value="&lt;b&gt;FK&lt;/b&gt;" vertex="1">
          <mxGeometry height="30" width="30" as="geometry">
            <mxRectangle height="30" width="30" as="alternateBounds" />
          </mxGeometry>
        </mxCell>
        <mxCell id="zndUY75Ssu5RbvIsFqk3-214" parent="zndUY75Ssu5RbvIsFqk3-212" style="shape=partialRectangle;connectable=0;fillColor=none;top=0;left=0;bottom=0;right=0;align=left;spacingLeft=6;overflow=hidden;whiteSpace=wrap;html=1;" value="&lt;b&gt;fot_tarefa_id&lt;/b&gt;" vertex="1">
          <mxGeometry height="30" width="150" x="30" as="geometry">
            <mxRectangle height="30" width="150" as="alternateBounds" />
          </mxGeometry>
        </mxCell>
        <mxCell id="zndUY75Ssu5RbvIsFqk3-224" parent="zndUY75Ssu5RbvIsFqk3-208" style="shape=tableRow;horizontal=0;startSize=0;swimlaneHead=0;swimlaneBody=0;fillColor=none;collapsible=0;dropTarget=0;points=[[0,0.5],[1,0.5]];portConstraint=eastwest;top=0;left=0;right=0;bottom=0;" vertex="1">
          <mxGeometry height="30" width="180" y="90" as="geometry" />
        </mxCell>
        <mxCell id="zndUY75Ssu5RbvIsFqk3-225" parent="zndUY75Ssu5RbvIsFqk3-224" style="shape=partialRectangle;connectable=0;fillColor=none;top=0;left=0;bottom=0;right=0;editable=1;overflow=hidden;whiteSpace=wrap;html=1;" vertex="1">
          <mxGeometry height="30" width="30" as="geometry">
            <mxRectangle height="30" width="30" as="alternateBounds" />
          </mxGeometry>
        </mxCell>
        <mxCell id="zndUY75Ssu5RbvIsFqk3-226" parent="zndUY75Ssu5RbvIsFqk3-224" style="shape=partialRectangle;connectable=0;fillColor=none;top=0;left=0;bottom=0;right=0;align=left;spacingLeft=6;overflow=hidden;whiteSpace=wrap;html=1;" value="&lt;b&gt;fot_nome&lt;/b&gt;" vertex="1">
          <mxGeometry height="30" width="150" x="30" as="geometry">
            <mxRectangle height="30" width="150" as="alternateBounds" />
          </mxGeometry>
        </mxCell>
        <mxCell id="zndUY75Ssu5RbvIsFqk3-227" parent="zndUY75Ssu5RbvIsFqk3-208" style="shape=tableRow;horizontal=0;startSize=0;swimlaneHead=0;swimlaneBody=0;fillColor=none;collapsible=0;dropTarget=0;points=[[0,0.5],[1,0.5]];portConstraint=eastwest;top=0;left=0;right=0;bottom=0;" vertex="1">
          <mxGeometry height="30" width="180" y="120" as="geometry" />
        </mxCell>
        <mxCell id="zndUY75Ssu5RbvIsFqk3-228" parent="zndUY75Ssu5RbvIsFqk3-227" style="shape=partialRectangle;connectable=0;fillColor=none;top=0;left=0;bottom=0;right=0;editable=1;overflow=hidden;whiteSpace=wrap;html=1;" vertex="1">
          <mxGeometry height="30" width="30" as="geometry">
            <mxRectangle height="30" width="30" as="alternateBounds" />
          </mxGeometry>
        </mxCell>
        <mxCell id="zndUY75Ssu5RbvIsFqk3-229" parent="zndUY75Ssu5RbvIsFqk3-227" style="shape=partialRectangle;connectable=0;fillColor=none;top=0;left=0;bottom=0;right=0;align=left;spacingLeft=6;overflow=hidden;whiteSpace=wrap;html=1;" value="fot_decricao" vertex="1">
          <mxGeometry height="30" width="150" x="30" as="geometry">
            <mxRectangle height="30" width="150" as="alternateBounds" />
          </mxGeometry>
        </mxCell>
        <mxCell id="zndUY75Ssu5RbvIsFqk3-230" parent="zndUY75Ssu5RbvIsFqk3-208" style="shape=tableRow;horizontal=0;startSize=0;swimlaneHead=0;swimlaneBody=0;fillColor=none;collapsible=0;dropTarget=0;points=[[0,0.5],[1,0.5]];portConstraint=eastwest;top=0;left=0;right=0;bottom=0;" vertex="1">
          <mxGeometry height="30" width="180" y="150" as="geometry" />
        </mxCell>
        <mxCell id="zndUY75Ssu5RbvIsFqk3-231" parent="zndUY75Ssu5RbvIsFqk3-230" style="shape=partialRectangle;connectable=0;fillColor=none;top=0;left=0;bottom=0;right=0;editable=1;overflow=hidden;whiteSpace=wrap;html=1;" vertex="1">
          <mxGeometry height="30" width="30" as="geometry">
            <mxRectangle height="30" width="30" as="alternateBounds" />
          </mxGeometry>
        </mxCell>
        <mxCell id="zndUY75Ssu5RbvIsFqk3-232" parent="zndUY75Ssu5RbvIsFqk3-230" style="shape=partialRectangle;connectable=0;fillColor=none;top=0;left=0;bottom=0;right=0;align=left;spacingLeft=6;overflow=hidden;whiteSpace=wrap;html=1;" value="&lt;b&gt;fot_data_envio&lt;/b&gt;" vertex="1">
          <mxGeometry height="30" width="150" x="30" as="geometry">
            <mxRectangle height="30" width="150" as="alternateBounds" />
          </mxGeometry>
        </mxCell>
        <mxCell id="zndUY75Ssu5RbvIsFqk3-289" edge="1" parent="1" source="zndUY75Ssu5RbvIsFqk3-86" style="html=1;rounded=0;endArrow=ERone;endFill=0;strokeWidth=2;startArrow=ERmany;startFill=0;exitX=0;exitY=0.5;exitDx=0;exitDy=0;entryX=0;entryY=0.5;entryDx=0;entryDy=0;edgeStyle=elbowEdgeStyle;" target="zndUY75Ssu5RbvIsFqk3-117" value="">
          <mxGeometry relative="1" width="100" as="geometry">
            <Array as="points">
              <mxPoint x="85" y="-570" />
            </Array>
            <mxPoint x="395" y="-970" as="sourcePoint" />
            <mxPoint x="495" y="-970" as="targetPoint" />
          </mxGeometry>
        </mxCell>
        <mxCell id="zndUY75Ssu5RbvIsFqk3-290" edge="1" parent="1" source="zndUY75Ssu5RbvIsFqk3-83" style="html=1;rounded=0;endArrow=ERone;endFill=0;strokeWidth=2;startArrow=ERmany;startFill=0;exitX=0;exitY=0.5;exitDx=0;exitDy=0;entryX=0;entryY=0.5;entryDx=0;entryDy=0;edgeStyle=orthogonalEdgeStyle;" target="zndUY75Ssu5RbvIsFqk3-130" value="">
          <mxGeometry relative="1" width="100" as="geometry">
            <Array as="points">
              <mxPoint x="13" y="-688" />
              <mxPoint x="13" y="-1017" />
            </Array>
            <mxPoint x="455" y="-930" as="sourcePoint" />
            <mxPoint x="555" y="-930" as="targetPoint" />
          </mxGeometry>
        </mxCell>
        <mxCell id="zndUY75Ssu5RbvIsFqk3-291" edge="1" parent="1" source="zndUY75Ssu5RbvIsFqk3-146" style="html=1;rounded=0;endArrow=ERone;endFill=0;strokeWidth=2;startArrow=ERmany;startFill=0;entryX=1;entryY=0.5;entryDx=0;entryDy=0;edgeStyle=orthogonalEdgeStyle;elbow=vertical;exitX=0;exitY=0.5;exitDx=0;exitDy=0;" target="zndUY75Ssu5RbvIsFqk3-130" value="">
          <mxGeometry relative="1" width="100" as="geometry">
            <Array as="points">
              <mxPoint x="415" y="-825" />
              <mxPoint x="415" y="-938" />
              <mxPoint x="548" y="-938" />
              <mxPoint x="548" y="-1017" />
            </Array>
            <mxPoint x="505" y="-820" as="sourcePoint" />
            <mxPoint x="65" y="-170" as="targetPoint" />
          </mxGeometry>
        </mxCell>
        <mxCell id="zndUY75Ssu5RbvIsFqk3-293" edge="1" parent="1" source="zndUY75Ssu5RbvIsFqk3-177" style="html=1;rounded=0;endArrow=ERone;endFill=0;strokeWidth=2;startArrow=ERmany;startFill=0;exitX=1;exitY=0.5;exitDx=0;exitDy=0;entryX=1;entryY=0.5;entryDx=0;entryDy=0;edgeStyle=orthogonalEdgeStyle;" target="zndUY75Ssu5RbvIsFqk3-143" value="">
          <mxGeometry relative="1" width="100" as="geometry">
            <Array as="points">
              <mxPoint x="702" y="-433" />
              <mxPoint x="702" y="-855" />
            </Array>
            <mxPoint x="505" y="-450" as="sourcePoint" />
            <mxPoint x="605" y="-450" as="targetPoint" />
          </mxGeometry>
        </mxCell>
        <mxCell id="zndUY75Ssu5RbvIsFqk3-294" edge="1" parent="1" source="zndUY75Ssu5RbvIsFqk3-149" style="html=1;rounded=0;endArrow=ERone;endFill=0;strokeWidth=2;startArrow=ERmany;startFill=0;exitX=0;exitY=0.5;exitDx=0;exitDy=0;entryX=1;entryY=0.5;entryDx=0;entryDy=0;edgeStyle=orthogonalEdgeStyle;" target="zndUY75Ssu5RbvIsFqk3-80" value="">
          <mxGeometry relative="1" width="100" as="geometry">
            <Array as="points">
              <mxPoint x="375" y="-795" />
              <mxPoint x="375" y="-825" />
            </Array>
            <mxPoint x="745" y="-700" as="sourcePoint" />
            <mxPoint x="845" y="-700" as="targetPoint" />
          </mxGeometry>
        </mxCell>
        <mxCell id="zndUY75Ssu5RbvIsFqk3-295" edge="1" parent="1" source="zndUY75Ssu5RbvIsFqk3-180" style="html=1;rounded=0;endArrow=ERone;endFill=0;strokeWidth=2;startArrow=ERmany;startFill=0;exitX=0;exitY=0.5;exitDx=0;exitDy=0;entryX=1;entryY=0.5;entryDx=0;entryDy=0;edgeStyle=orthogonalEdgeStyle;" target="zndUY75Ssu5RbvIsFqk3-80" value="">
          <mxGeometry relative="1" width="100" as="geometry">
            <Array as="points">
              <mxPoint x="375" y="-403" />
              <mxPoint x="375" y="-825" />
            </Array>
            <mxPoint x="390" y="-540" as="sourcePoint" />
            <mxPoint x="490" y="-540" as="targetPoint" />
          </mxGeometry>
        </mxCell>
        <mxCell id="zndUY75Ssu5RbvIsFqk3-299" edge="1" parent="1" source="zndUY75Ssu5RbvIsFqk3-212" style="html=1;rounded=0;endArrow=ERone;endFill=0;strokeWidth=2;startArrow=ERmany;startFill=0;entryX=1;entryY=0.5;entryDx=0;entryDy=0;edgeStyle=orthogonalEdgeStyle;exitX=1;exitY=0.5;exitDx=0;exitDy=0;" target="zndUY75Ssu5RbvIsFqk3-143" value="">
          <mxGeometry relative="1" width="100" as="geometry">
            <Array as="points">
              <mxPoint x="740" y="-215" />
              <mxPoint x="740" y="-855" />
            </Array>
            <mxPoint x="735" y="-210" as="sourcePoint" />
            <mxPoint x="535" y="-220" as="targetPoint" />
          </mxGeometry>
        </mxCell>
        <mxCell id="UdN1vUUqeqcKqOA7NCHN-1" parent="1" style="shape=table;startSize=30;container=1;collapsible=1;childLayout=tableLayout;fixedRows=1;rowLines=0;fontStyle=1;align=center;resizeLast=1;html=1;fillColor=#d5e8d4;strokeColor=#82b366;" value="PERMISSOES" vertex="1">
          <mxGeometry height="90" width="180" x="135" y="-132" as="geometry" />
        </mxCell>
        <mxCell id="UdN1vUUqeqcKqOA7NCHN-2" parent="UdN1vUUqeqcKqOA7NCHN-1" style="shape=tableRow;horizontal=0;startSize=0;swimlaneHead=0;swimlaneBody=0;fillColor=none;collapsible=0;dropTarget=0;points=[[0,0.5],[1,0.5]];portConstraint=eastwest;top=0;left=0;right=0;bottom=1;" value="" vertex="1">
          <mxGeometry height="30" width="180" y="30" as="geometry" />
        </mxCell>
        <mxCell id="UdN1vUUqeqcKqOA7NCHN-3" parent="UdN1vUUqeqcKqOA7NCHN-2" style="shape=partialRectangle;connectable=0;fillColor=none;top=0;left=0;bottom=0;right=0;fontStyle=1;overflow=hidden;whiteSpace=wrap;html=1;" value="PK" vertex="1">
          <mxGeometry height="30" width="30" as="geometry">
            <mxRectangle height="30" width="30" as="alternateBounds" />
          </mxGeometry>
        </mxCell>
        <mxCell id="UdN1vUUqeqcKqOA7NCHN-4" parent="UdN1vUUqeqcKqOA7NCHN-2" style="shape=partialRectangle;connectable=0;fillColor=none;top=0;left=0;bottom=0;right=0;align=left;spacingLeft=6;fontStyle=5;overflow=hidden;whiteSpace=wrap;html=1;" value="prm_id" vertex="1">
          <mxGeometry height="30" width="150" x="30" as="geometry">
            <mxRectangle height="30" width="150" as="alternateBounds" />
          </mxGeometry>
        </mxCell>
        <mxCell id="UdN1vUUqeqcKqOA7NCHN-5" parent="UdN1vUUqeqcKqOA7NCHN-1" style="shape=tableRow;horizontal=0;startSize=0;swimlaneHead=0;swimlaneBody=0;fillColor=none;collapsible=0;dropTarget=0;points=[[0,0.5],[1,0.5]];portConstraint=eastwest;top=0;left=0;right=0;bottom=0;" value="" vertex="1">
          <mxGeometry height="30" width="180" y="60" as="geometry" />
        </mxCell>
        <mxCell id="UdN1vUUqeqcKqOA7NCHN-6" parent="UdN1vUUqeqcKqOA7NCHN-5" style="shape=partialRectangle;connectable=0;fillColor=none;top=0;left=0;bottom=0;right=0;editable=1;overflow=hidden;whiteSpace=wrap;html=1;" value="" vertex="1">
          <mxGeometry height="30" width="30" as="geometry">
            <mxRectangle height="30" width="30" as="alternateBounds" />
          </mxGeometry>
        </mxCell>
        <mxCell id="UdN1vUUqeqcKqOA7NCHN-7" parent="UdN1vUUqeqcKqOA7NCHN-5" style="shape=partialRectangle;connectable=0;fillColor=none;top=0;left=0;bottom=0;right=0;align=left;spacingLeft=6;overflow=hidden;whiteSpace=wrap;html=1;" value="&lt;b&gt;prm_nome&lt;/b&gt;" vertex="1">
          <mxGeometry height="30" width="150" x="30" as="geometry">
            <mxRectangle height="30" width="150" as="alternateBounds" />
          </mxGeometry>
        </mxCell>
        <mxCell id="UdN1vUUqeqcKqOA7NCHN-14" parent="1" style="shape=table;startSize=30;container=1;collapsible=1;childLayout=tableLayout;fixedRows=1;rowLines=0;fontStyle=1;align=center;resizeLast=1;html=1;whiteSpace=wrap;fillColor=#d5e8d4;strokeColor=#82b366;" value="CARGO_PERMISSOES" vertex="1">
          <mxGeometry height="180" width="180" x="135" y="-350" as="geometry" />
        </mxCell>
        <mxCell id="UdN1vUUqeqcKqOA7NCHN-15" parent="UdN1vUUqeqcKqOA7NCHN-14" style="shape=tableRow;horizontal=0;startSize=0;swimlaneHead=0;swimlaneBody=0;fillColor=none;collapsible=0;dropTarget=0;points=[[0,0.5],[1,0.5]];portConstraint=eastwest;top=0;left=0;right=0;bottom=0;html=1;" value="" vertex="1">
          <mxGeometry height="30" width="180" y="30" as="geometry" />
        </mxCell>
        <mxCell id="UdN1vUUqeqcKqOA7NCHN-16" parent="UdN1vUUqeqcKqOA7NCHN-15" style="shape=partialRectangle;connectable=0;fillColor=none;top=0;left=0;bottom=0;right=0;fontStyle=1;overflow=hidden;html=1;whiteSpace=wrap;" value="PK,FK" vertex="1">
          <mxGeometry height="30" width="60" as="geometry">
            <mxRectangle height="30" width="60" as="alternateBounds" />
          </mxGeometry>
        </mxCell>
        <mxCell id="UdN1vUUqeqcKqOA7NCHN-17" parent="UdN1vUUqeqcKqOA7NCHN-15" style="shape=partialRectangle;connectable=0;fillColor=none;top=0;left=0;bottom=0;right=0;align=left;spacingLeft=6;fontStyle=1;overflow=hidden;html=1;whiteSpace=wrap;" value="crg_id" vertex="1">
          <mxGeometry height="30" width="120" x="60" as="geometry">
            <mxRectangle height="30" width="120" as="alternateBounds" />
          </mxGeometry>
        </mxCell>
        <mxCell id="UdN1vUUqeqcKqOA7NCHN-18" parent="UdN1vUUqeqcKqOA7NCHN-14" style="shape=tableRow;horizontal=0;startSize=0;swimlaneHead=0;swimlaneBody=0;fillColor=none;collapsible=0;dropTarget=0;points=[[0,0.5],[1,0.5]];portConstraint=eastwest;top=0;left=0;right=0;bottom=1;html=1;" value="" vertex="1">
          <mxGeometry height="30" width="180" y="60" as="geometry" />
        </mxCell>
        <mxCell id="UdN1vUUqeqcKqOA7NCHN-19" parent="UdN1vUUqeqcKqOA7NCHN-18" style="shape=partialRectangle;connectable=0;fillColor=none;top=0;left=0;bottom=0;right=0;fontStyle=1;overflow=hidden;html=1;whiteSpace=wrap;" value="PK,FK" vertex="1">
          <mxGeometry height="30" width="60" as="geometry">
            <mxRectangle height="30" width="60" as="alternateBounds" />
          </mxGeometry>
        </mxCell>
        <mxCell id="UdN1vUUqeqcKqOA7NCHN-20" parent="UdN1vUUqeqcKqOA7NCHN-18" style="shape=partialRectangle;connectable=0;fillColor=none;top=0;left=0;bottom=0;right=0;align=left;spacingLeft=6;fontStyle=1;overflow=hidden;html=1;whiteSpace=wrap;" value="prm_id" vertex="1">
          <mxGeometry height="30" width="120" x="60" as="geometry">
            <mxRectangle height="30" width="120" as="alternateBounds" />
          </mxGeometry>
        </mxCell>
        <mxCell id="UdN1vUUqeqcKqOA7NCHN-21" parent="UdN1vUUqeqcKqOA7NCHN-14" style="shape=tableRow;horizontal=0;startSize=0;swimlaneHead=0;swimlaneBody=0;fillColor=none;collapsible=0;dropTarget=0;points=[[0,0.5],[1,0.5]];portConstraint=eastwest;top=0;left=0;right=0;bottom=0;html=1;" value="" vertex="1">
          <mxGeometry height="30" width="180" y="90" as="geometry" />
        </mxCell>
        <mxCell id="UdN1vUUqeqcKqOA7NCHN-22" parent="UdN1vUUqeqcKqOA7NCHN-21" style="shape=partialRectangle;connectable=0;fillColor=none;top=0;left=0;bottom=0;right=0;editable=1;overflow=hidden;html=1;whiteSpace=wrap;" value="" vertex="1">
          <mxGeometry height="30" width="60" as="geometry">
            <mxRectangle height="30" width="60" as="alternateBounds" />
          </mxGeometry>
        </mxCell>
        <mxCell id="UdN1vUUqeqcKqOA7NCHN-23" parent="UdN1vUUqeqcKqOA7NCHN-21" style="shape=partialRectangle;connectable=0;fillColor=none;top=0;left=0;bottom=0;right=0;align=left;spacingLeft=6;overflow=hidden;html=1;whiteSpace=wrap;" value="&lt;b&gt;cgr_prm_cadastrar&lt;/b&gt;" vertex="1">
          <mxGeometry height="30" width="120" x="60" as="geometry">
            <mxRectangle height="30" width="120" as="alternateBounds" />
          </mxGeometry>
        </mxCell>
        <mxCell id="UdN1vUUqeqcKqOA7NCHN-24" parent="UdN1vUUqeqcKqOA7NCHN-14" style="shape=tableRow;horizontal=0;startSize=0;swimlaneHead=0;swimlaneBody=0;fillColor=none;collapsible=0;dropTarget=0;points=[[0,0.5],[1,0.5]];portConstraint=eastwest;top=0;left=0;right=0;bottom=0;html=1;" value="" vertex="1">
          <mxGeometry height="30" width="180" y="120" as="geometry" />
        </mxCell>
        <mxCell id="UdN1vUUqeqcKqOA7NCHN-25" parent="UdN1vUUqeqcKqOA7NCHN-24" style="shape=partialRectangle;connectable=0;fillColor=none;top=0;left=0;bottom=0;right=0;editable=1;overflow=hidden;html=1;whiteSpace=wrap;" value="" vertex="1">
          <mxGeometry height="30" width="60" as="geometry">
            <mxRectangle height="30" width="60" as="alternateBounds" />
          </mxGeometry>
        </mxCell>
        <mxCell id="UdN1vUUqeqcKqOA7NCHN-26" parent="UdN1vUUqeqcKqOA7NCHN-24" style="shape=partialRectangle;connectable=0;fillColor=none;top=0;left=0;bottom=0;right=0;align=left;spacingLeft=6;overflow=hidden;html=1;whiteSpace=wrap;" value="&lt;b&gt;cgr_prm_editar&lt;/b&gt;" vertex="1">
          <mxGeometry height="30" width="120" x="60" as="geometry">
            <mxRectangle height="30" width="120" as="alternateBounds" />
          </mxGeometry>
        </mxCell>
        <mxCell id="UdN1vUUqeqcKqOA7NCHN-27" parent="UdN1vUUqeqcKqOA7NCHN-14" style="shape=tableRow;horizontal=0;startSize=0;swimlaneHead=0;swimlaneBody=0;fillColor=none;collapsible=0;dropTarget=0;points=[[0,0.5],[1,0.5]];portConstraint=eastwest;top=0;left=0;right=0;bottom=0;" value="" vertex="1">
          <mxGeometry height="30" width="180" y="150" as="geometry" />
        </mxCell>
        <mxCell id="UdN1vUUqeqcKqOA7NCHN-28" parent="UdN1vUUqeqcKqOA7NCHN-27" style="shape=partialRectangle;connectable=0;fillColor=none;top=0;left=0;bottom=0;right=0;editable=1;overflow=hidden;" value="" vertex="1">
          <mxGeometry height="30" width="60" as="geometry">
            <mxRectangle height="30" width="60" as="alternateBounds" />
          </mxGeometry>
        </mxCell>
        <mxCell id="UdN1vUUqeqcKqOA7NCHN-29" parent="UdN1vUUqeqcKqOA7NCHN-27" style="shape=partialRectangle;connectable=0;fillColor=none;top=0;left=0;bottom=0;right=0;align=left;spacingLeft=6;overflow=hidden;fontStyle=1" value="cgr_prm_consultar" vertex="1">
          <mxGeometry height="30" width="120" x="60" as="geometry">
            <mxRectangle height="30" width="120" as="alternateBounds" />
          </mxGeometry>
        </mxCell>
        <mxCell id="UdN1vUUqeqcKqOA7NCHN-33" edge="1" parent="1" source="UdN1vUUqeqcKqOA7NCHN-15" style="html=1;rounded=0;endArrow=ERone;endFill=0;strokeWidth=2;startArrow=ERmany;startFill=0;exitX=0;exitY=0.5;exitDx=0;exitDy=0;entryX=0;entryY=0.5;entryDx=0;entryDy=0;edgeStyle=elbowEdgeStyle;" target="zndUY75Ssu5RbvIsFqk3-117" value="">
          <mxGeometry relative="1" width="100" as="geometry">
            <Array as="points">
              <mxPoint x="85" y="-440" />
            </Array>
            <mxPoint x="25" y="-550" as="sourcePoint" />
            <mxPoint x="25" y="-310" as="targetPoint" />
          </mxGeometry>
        </mxCell>
        <mxCell id="UdN1vUUqeqcKqOA7NCHN-34" edge="1" parent="1" source="UdN1vUUqeqcKqOA7NCHN-18" style="html=1;rounded=0;endArrow=ERone;endFill=0;strokeWidth=2;startArrow=ERmany;startFill=0;exitX=0;exitY=0.5;exitDx=0;exitDy=0;entryX=0;entryY=0.5;entryDx=0;entryDy=0;edgeStyle=elbowEdgeStyle;" target="UdN1vUUqeqcKqOA7NCHN-2" value="">
          <mxGeometry relative="1" width="100" as="geometry">
            <Array as="points">
              <mxPoint x="85" y="-250" />
            </Array>
            <mxPoint x="105" y="-140" as="sourcePoint" />
            <mxPoint x="105" y="-290" as="targetPoint" />
          </mxGeometry>
        </mxCell>
        <mxCell id="9FXh7WsK_UZDlUJblIWK-1" parent="1" style="shape=table;startSize=30;container=1;collapsible=1;childLayout=tableLayout;fixedRows=1;rowLines=0;fontStyle=1;align=center;resizeLast=1;html=1;fillColor=#d5e8d4;strokeColor=#82b366;" value="USUARIOS" vertex="1">
          <mxGeometry height="180" width="180" x="102" y="-972" as="geometry" />
        </mxCell>
        <mxCell id="9FXh7WsK_UZDlUJblIWK-2" parent="9FXh7WsK_UZDlUJblIWK-1" style="shape=tableRow;horizontal=0;startSize=0;swimlaneHead=0;swimlaneBody=0;fillColor=none;collapsible=0;dropTarget=0;points=[[0,0.5],[1,0.5]];portConstraint=eastwest;top=0;left=0;right=0;bottom=1;" value="" vertex="1">
          <mxGeometry height="30" width="180" y="30" as="geometry" />
        </mxCell>
        <mxCell id="9FXh7WsK_UZDlUJblIWK-3" parent="9FXh7WsK_UZDlUJblIWK-2" style="shape=partialRectangle;connectable=0;fillColor=none;top=0;left=0;bottom=0;right=0;fontStyle=1;overflow=hidden;whiteSpace=wrap;html=1;" value="PK" vertex="1">
          <mxGeometry height="30" width="30" as="geometry">
            <mxRectangle height="30" width="30" as="alternateBounds" />
          </mxGeometry>
        </mxCell>
        <mxCell id="9FXh7WsK_UZDlUJblIWK-4" parent="9FXh7WsK_UZDlUJblIWK-2" style="shape=partialRectangle;connectable=0;fillColor=none;top=0;left=0;bottom=0;right=0;align=left;spacingLeft=6;fontStyle=5;overflow=hidden;whiteSpace=wrap;html=1;" value="usu_id" vertex="1">
          <mxGeometry height="30" width="150" x="30" as="geometry">
            <mxRectangle height="30" width="150" as="alternateBounds" />
          </mxGeometry>
        </mxCell>
        <mxCell id="9FXh7WsK_UZDlUJblIWK-5" parent="9FXh7WsK_UZDlUJblIWK-1" style="shape=tableRow;horizontal=0;startSize=0;swimlaneHead=0;swimlaneBody=0;fillColor=none;collapsible=0;dropTarget=0;points=[[0,0.5],[1,0.5]];portConstraint=eastwest;top=0;left=0;right=0;bottom=0;" value="" vertex="1">
          <mxGeometry height="30" width="180" y="60" as="geometry" />
        </mxCell>
        <mxCell id="9FXh7WsK_UZDlUJblIWK-6" parent="9FXh7WsK_UZDlUJblIWK-5" style="shape=partialRectangle;connectable=0;fillColor=none;top=0;left=0;bottom=0;right=0;editable=1;overflow=hidden;whiteSpace=wrap;html=1;" value="&lt;b&gt;FK&lt;/b&gt;" vertex="1">
          <mxGeometry height="30" width="30" as="geometry">
            <mxRectangle height="30" width="30" as="alternateBounds" />
          </mxGeometry>
        </mxCell>
        <mxCell id="9FXh7WsK_UZDlUJblIWK-7" parent="9FXh7WsK_UZDlUJblIWK-5" style="shape=partialRectangle;connectable=0;fillColor=none;top=0;left=0;bottom=0;right=0;align=left;spacingLeft=6;overflow=hidden;whiteSpace=wrap;html=1;" value="&lt;span style=&quot;font-weight: 700;&quot;&gt;usu_func_id&lt;/span&gt;" vertex="1">
          <mxGeometry height="30" width="150" x="30" as="geometry">
            <mxRectangle height="30" width="150" as="alternateBounds" />
          </mxGeometry>
        </mxCell>
        <mxCell id="9FXh7WsK_UZDlUJblIWK-8" parent="9FXh7WsK_UZDlUJblIWK-1" style="shape=tableRow;horizontal=0;startSize=0;swimlaneHead=0;swimlaneBody=0;fillColor=none;collapsible=0;dropTarget=0;points=[[0,0.5],[1,0.5]];portConstraint=eastwest;top=0;left=0;right=0;bottom=0;" value="" vertex="1">
          <mxGeometry height="30" width="180" y="90" as="geometry" />
        </mxCell>
        <mxCell id="9FXh7WsK_UZDlUJblIWK-9" parent="9FXh7WsK_UZDlUJblIWK-8" style="shape=partialRectangle;connectable=0;fillColor=none;top=0;left=0;bottom=0;right=0;editable=1;overflow=hidden;whiteSpace=wrap;html=1;" value="" vertex="1">
          <mxGeometry height="30" width="30" as="geometry">
            <mxRectangle height="30" width="30" as="alternateBounds" />
          </mxGeometry>
        </mxCell>
        <mxCell id="9FXh7WsK_UZDlUJblIWK-10" parent="9FXh7WsK_UZDlUJblIWK-8" style="shape=partialRectangle;connectable=0;fillColor=none;top=0;left=0;bottom=0;right=0;align=left;spacingLeft=6;overflow=hidden;whiteSpace=wrap;html=1;" value="&lt;span style=&quot;font-weight: 700;&quot;&gt;usu_login&lt;/span&gt;" vertex="1">
          <mxGeometry height="30" width="150" x="30" as="geometry">
            <mxRectangle height="30" width="150" as="alternateBounds" />
          </mxGeometry>
        </mxCell>
        <mxCell id="9FXh7WsK_UZDlUJblIWK-21" parent="9FXh7WsK_UZDlUJblIWK-1" style="shape=tableRow;horizontal=0;startSize=0;swimlaneHead=0;swimlaneBody=0;fillColor=none;collapsible=0;dropTarget=0;points=[[0,0.5],[1,0.5]];portConstraint=eastwest;top=0;left=0;right=0;bottom=0;" value="" vertex="1">
          <mxGeometry height="30" width="180" y="120" as="geometry" />
        </mxCell>
        <mxCell id="9FXh7WsK_UZDlUJblIWK-22" parent="9FXh7WsK_UZDlUJblIWK-21" style="shape=partialRectangle;connectable=0;fillColor=none;top=0;left=0;bottom=0;right=0;editable=1;overflow=hidden;whiteSpace=wrap;html=1;" value="" vertex="1">
          <mxGeometry height="30" width="30" as="geometry">
            <mxRectangle height="30" width="30" as="alternateBounds" />
          </mxGeometry>
        </mxCell>
        <mxCell id="9FXh7WsK_UZDlUJblIWK-23" parent="9FXh7WsK_UZDlUJblIWK-21" style="shape=partialRectangle;connectable=0;fillColor=none;top=0;left=0;bottom=0;right=0;align=left;spacingLeft=6;overflow=hidden;whiteSpace=wrap;html=1;" value="&lt;span style=&quot;font-weight: 700;&quot;&gt;usu_senha&lt;/span&gt;" vertex="1">
          <mxGeometry height="30" width="150" x="30" as="geometry">
            <mxRectangle height="30" width="150" as="alternateBounds" />
          </mxGeometry>
        </mxCell>
        <mxCell id="9FXh7WsK_UZDlUJblIWK-24" parent="9FXh7WsK_UZDlUJblIWK-1" style="shape=tableRow;horizontal=0;startSize=0;swimlaneHead=0;swimlaneBody=0;fillColor=none;collapsible=0;dropTarget=0;points=[[0,0.5],[1,0.5]];portConstraint=eastwest;top=0;left=0;right=0;bottom=0;" value="" vertex="1">
          <mxGeometry height="30" width="180" y="150" as="geometry" />
        </mxCell>
        <mxCell id="9FXh7WsK_UZDlUJblIWK-25" parent="9FXh7WsK_UZDlUJblIWK-24" style="shape=partialRectangle;connectable=0;fillColor=none;top=0;left=0;bottom=0;right=0;editable=1;overflow=hidden;whiteSpace=wrap;html=1;" value="" vertex="1">
          <mxGeometry height="30" width="30" as="geometry">
            <mxRectangle height="30" width="30" as="alternateBounds" />
          </mxGeometry>
        </mxCell>
        <mxCell id="9FXh7WsK_UZDlUJblIWK-26" parent="9FXh7WsK_UZDlUJblIWK-24" style="shape=partialRectangle;connectable=0;fillColor=none;top=0;left=0;bottom=0;right=0;align=left;spacingLeft=6;overflow=hidden;whiteSpace=wrap;html=1;" value="&lt;span style=&quot;font-weight: 700;&quot;&gt;usu_ativo&lt;/span&gt;" vertex="1">
          <mxGeometry height="30" width="150" x="30" as="geometry">
            <mxRectangle height="30" width="150" as="alternateBounds" />
          </mxGeometry>
        </mxCell>
        <mxCell id="9FXh7WsK_UZDlUJblIWK-27" edge="1" parent="1" source="zndUY75Ssu5RbvIsFqk3-80" style="html=1;rounded=0;endArrow=ERone;endFill=0;strokeWidth=2;startArrow=ERone;startFill=0;edgeStyle=orthogonalEdgeStyle;elbow=vertical;exitX=0;exitY=0.5;exitDx=0;exitDy=0;entryX=0;entryY=0.5;entryDx=0;entryDy=0;" target="9FXh7WsK_UZDlUJblIWK-5" value="">
          <mxGeometry relative="1" width="100" as="geometry">
            <Array as="points">
              <mxPoint x="41" y="-718" />
              <mxPoint x="41" y="-897" />
            </Array>
            <mxPoint x="112" y="-836" as="sourcePoint" />
            <mxPoint x="27" y="-1041" as="targetPoint" />
          </mxGeometry>
        </mxCell>
      </root>
    </mxGraphModel>
  </diagram>
</mxfile>
